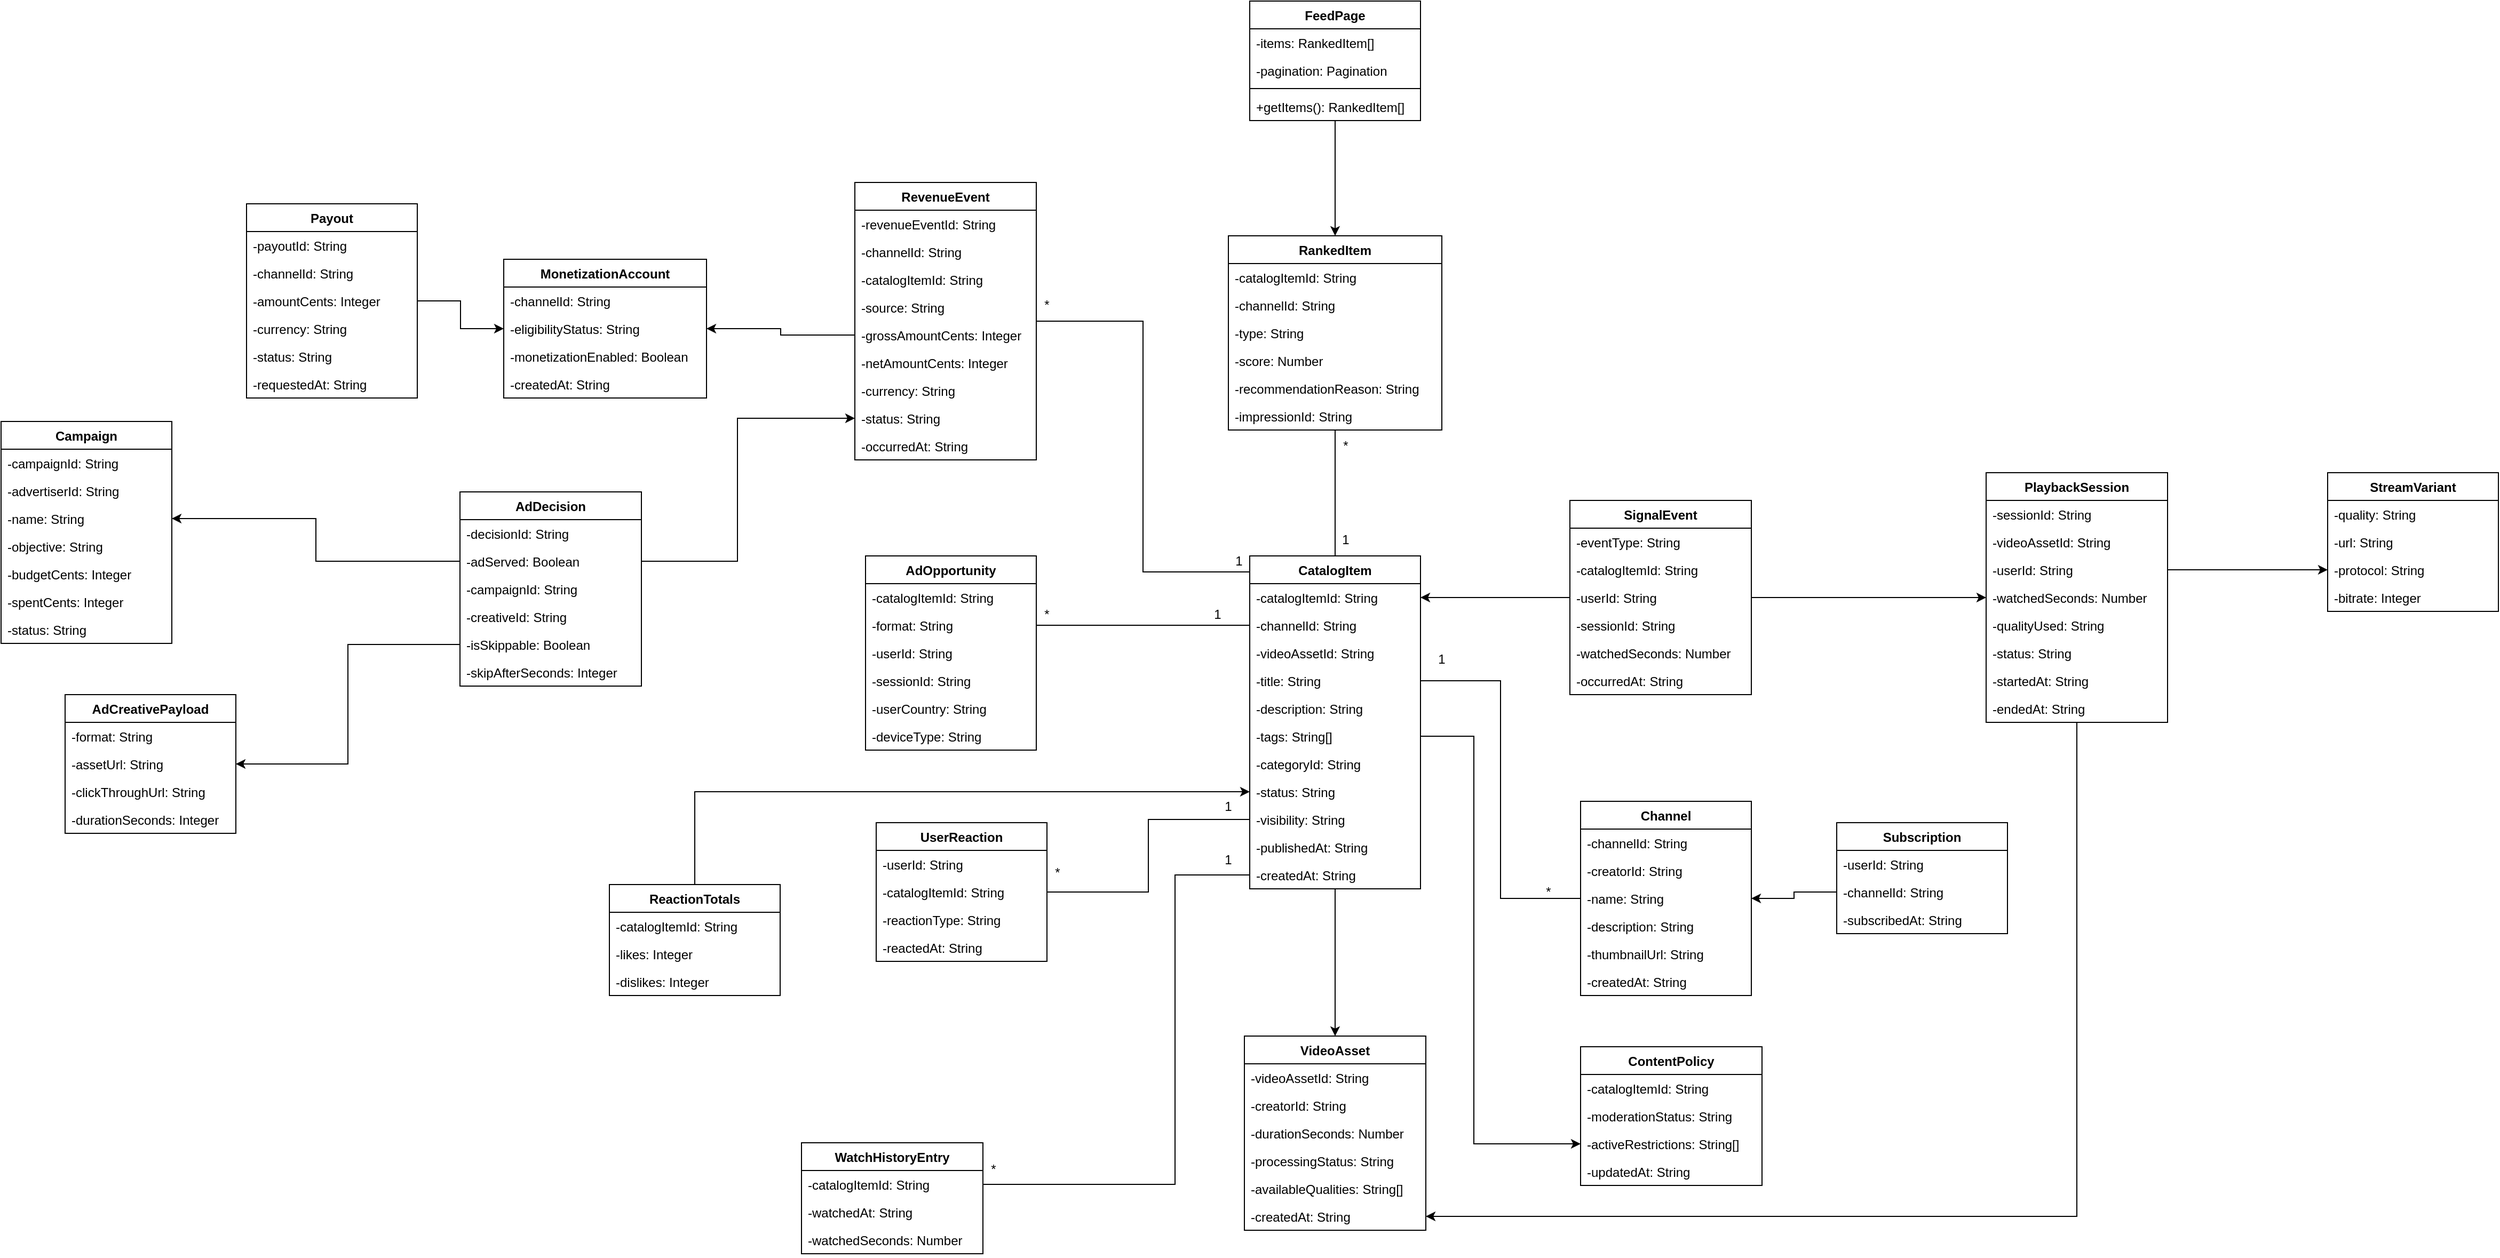
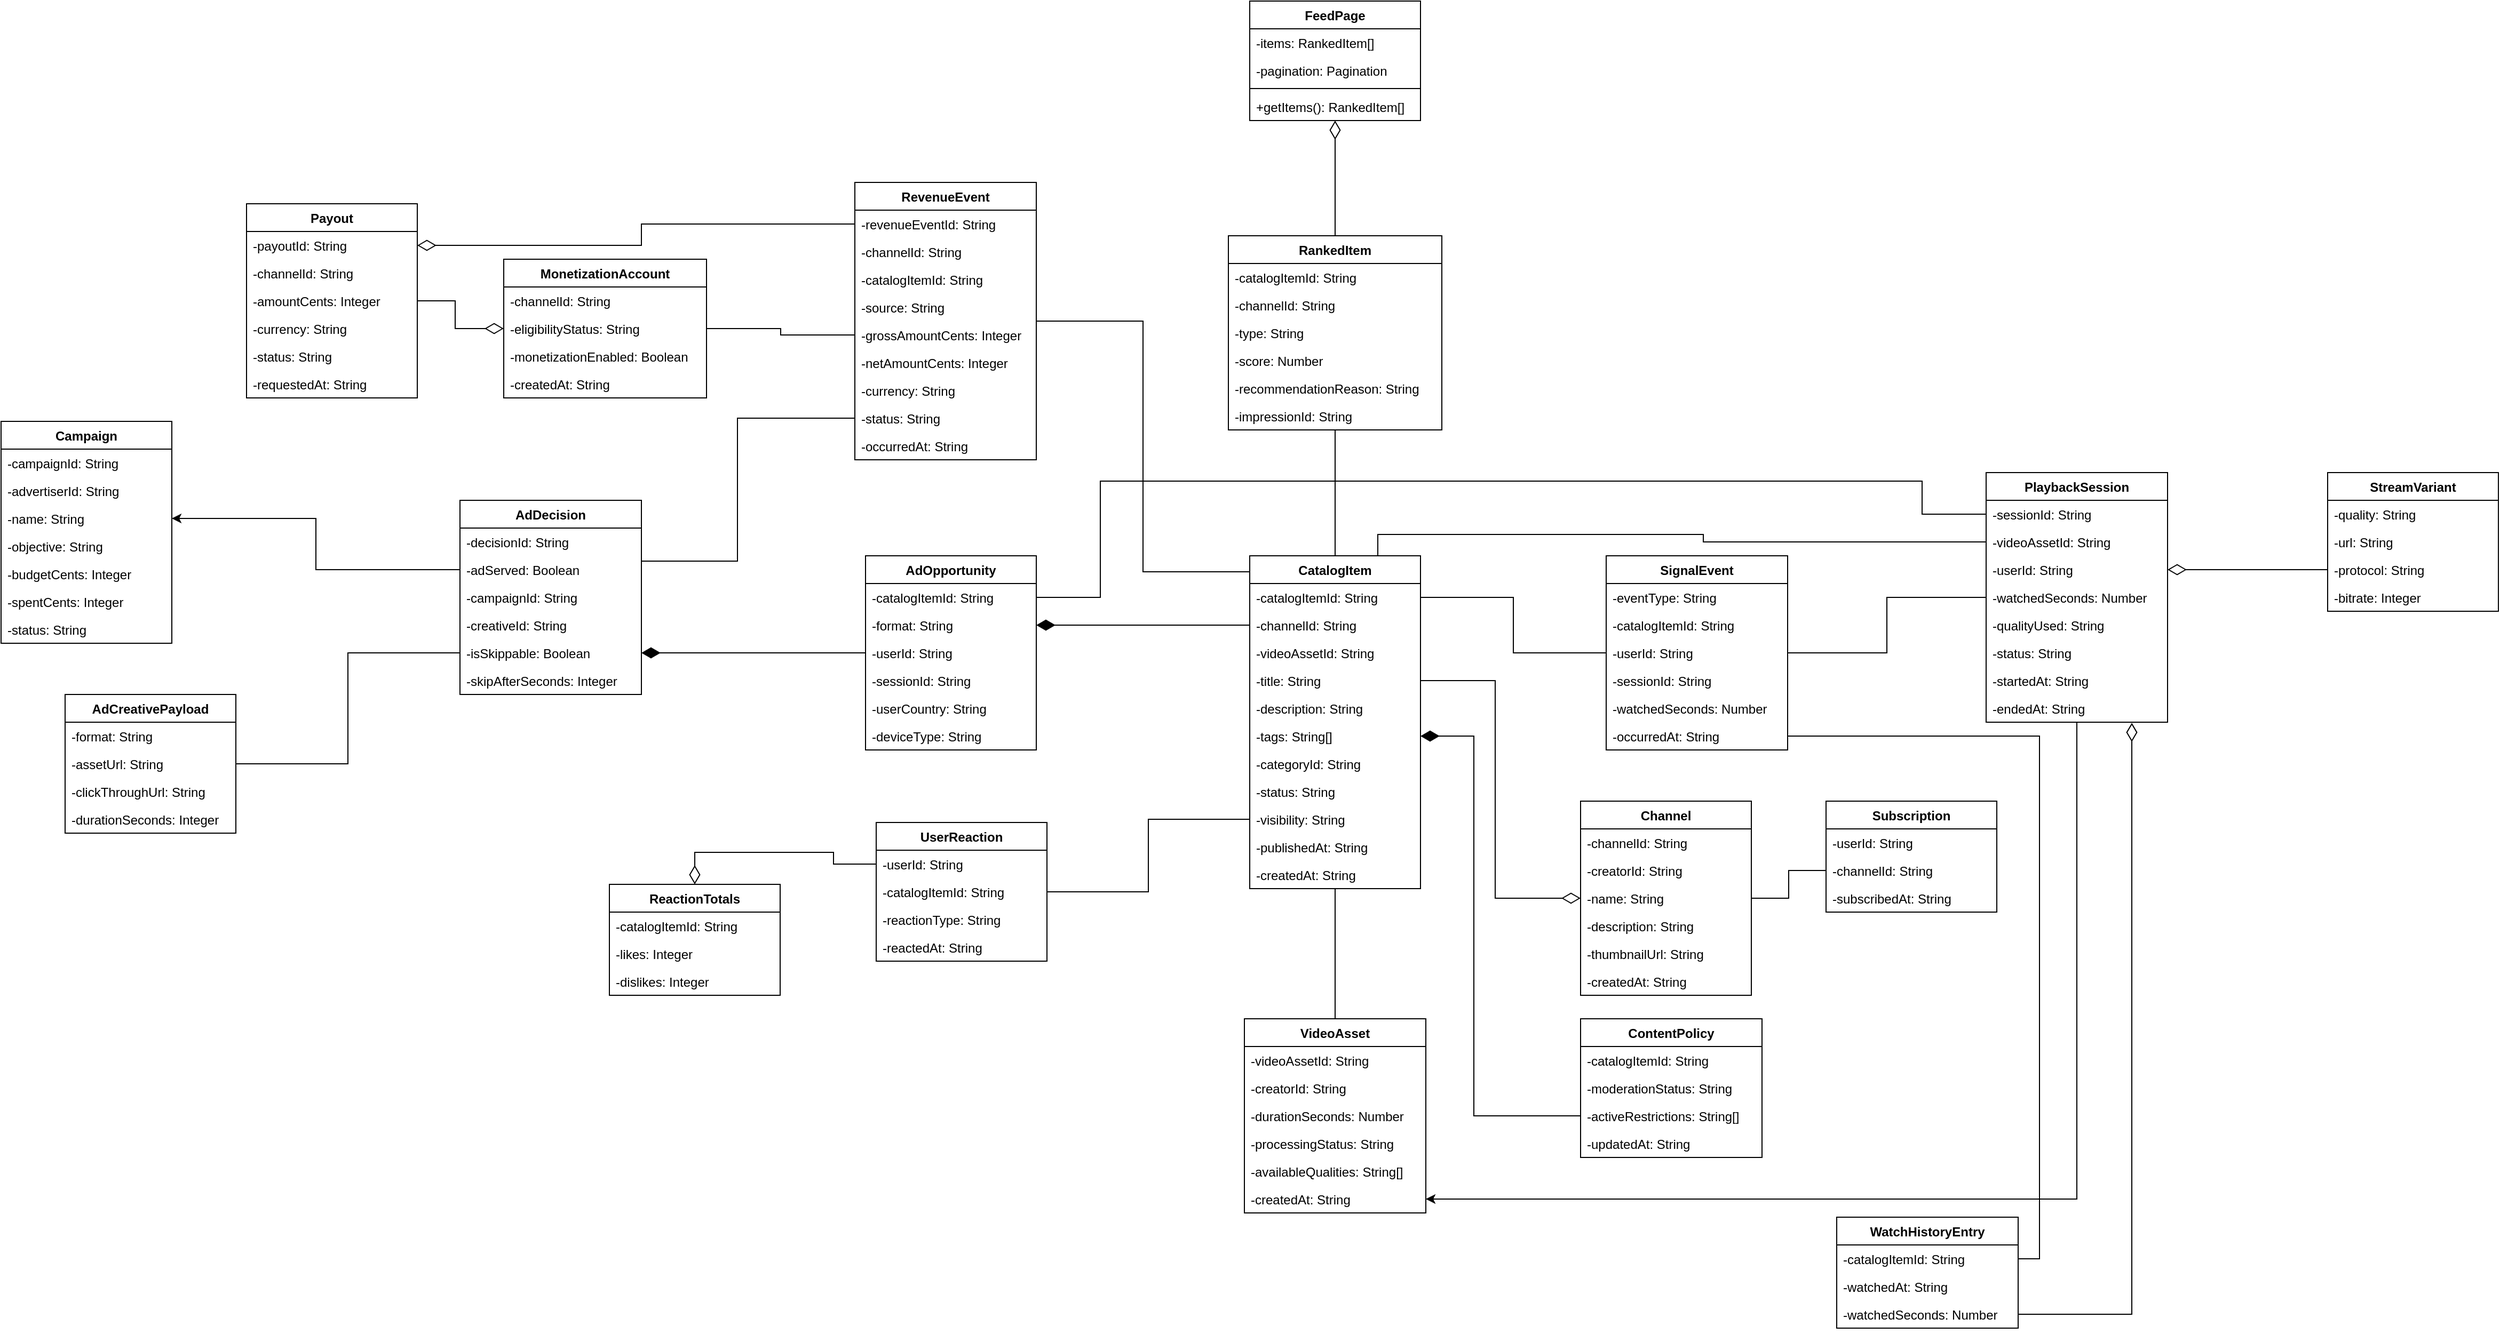
- <mxfile host="Electron">
+ <?xml version="1.0" encoding="UTF-8"?>
+ <mxfile host="app.diagrams.net">
  <diagram name="Página-1" id="8wDTrPL9JMrIu2P4Ja1i">
-     <mxGraphModel dx="3323" dy="1477" grid="1" gridSize="10" guides="1" tooltips="1" connect="1" arrows="1" fold="1" page="1" pageScale="1" pageWidth="1169" pageHeight="827" math="0" shadow="0">
+     <mxGraphModel dx="3642" dy="1367" grid="1" gridSize="10" guides="1" tooltips="1" connect="1" arrows="1" fold="1" page="1" pageScale="1" pageWidth="1169" pageHeight="827" math="0" shadow="0">
      <root>
        <mxCell id="0" />
        <mxCell id="1" parent="0" />
-         <mxCell id="Fojc3sf0UnC8aBTB66mW-131" edge="1" parent="1" source="Fojc3sf0UnC8aBTB66mW-1" style="edgeStyle=orthogonalEdgeStyle;rounded=0;orthogonalLoop=1;jettySize=auto;html=1;entryX=0.5;entryY=0;entryDx=0;entryDy=0;" target="Fojc3sf0UnC8aBTB66mW-6">
+         <mxCell id="Fojc3sf0UnC8aBTB66mW-131" edge="1" parent="1" source="Fojc3sf0UnC8aBTB66mW-1" style="edgeStyle=orthogonalEdgeStyle;rounded=0;orthogonalLoop=1;jettySize=auto;html=1;entryX=0.5;entryY=0;entryDx=0;entryDy=0;startArrow=diamondThin;startFill=0;endArrow=none;endFill=0;startSize=15;" target="Fojc3sf0UnC8aBTB66mW-6">
          <mxGeometry relative="1" as="geometry" />
        </mxCell>
        <mxCell id="Fojc3sf0UnC8aBTB66mW-1" parent="1" style="swimlane;fontStyle=1;childLayout=stackLayout;horizontal=1;startSize=26;horizontalStack=0;resizeParent=1;resizeParentMax=0;resizeLast=0;collapsible=1;marginBottom=0;" value="FeedPage" vertex="1">
          <mxGeometry height="112" width="160" x="20" y="20" as="geometry" />
        </mxCell>
        <mxCell id="Fojc3sf0UnC8aBTB66mW-2" parent="Fojc3sf0UnC8aBTB66mW-1" style="text;strokeColor=none;fillColor=none;align=left;verticalAlign=top;spacingLeft=4;spacingRight=4;overflow=hidden;rotatable=0;points=[[0,0.5],[1,0.5]];portConstraint=eastwest;" value="-items: RankedItem[]" vertex="1">
          <mxGeometry height="26" width="160" y="26" as="geometry" />
        </mxCell>
        <mxCell id="Fojc3sf0UnC8aBTB66mW-3" parent="Fojc3sf0UnC8aBTB66mW-1" style="text;strokeColor=none;fillColor=none;align=left;verticalAlign=top;spacingLeft=4;spacingRight=4;overflow=hidden;rotatable=0;points=[[0,0.5],[1,0.5]];portConstraint=eastwest;" value="-pagination: Pagination" vertex="1">
          <mxGeometry height="26" width="160" y="52" as="geometry" />
        </mxCell>
        <mxCell id="Fojc3sf0UnC8aBTB66mW-4" parent="Fojc3sf0UnC8aBTB66mW-1" style="line;strokeWidth=1;fillColor=none;align=left;verticalAlign=middle;spacingTop=-1;spacingLeft=3;spacingRight=3;rotatable=0;labelPosition=right;points=[];portConstraint=eastwest;" value="" vertex="1">
          <mxGeometry height="8" width="160" y="78" as="geometry" />
        </mxCell>
        <mxCell id="Fojc3sf0UnC8aBTB66mW-5" parent="Fojc3sf0UnC8aBTB66mW-1" style="text;strokeColor=none;fillColor=none;align=left;verticalAlign=top;spacingLeft=4;spacingRight=4;overflow=hidden;rotatable=0;points=[[0,0.5],[1,0.5]];portConstraint=eastwest;" value="+getItems(): RankedItem[]" vertex="1">
          <mxGeometry height="26" width="160" y="86" as="geometry" />
        </mxCell>
        <mxCell id="Fojc3sf0UnC8aBTB66mW-132" edge="1" parent="1" source="Fojc3sf0UnC8aBTB66mW-6" style="edgeStyle=orthogonalEdgeStyle;rounded=0;orthogonalLoop=1;jettySize=auto;html=1;entryX=0.5;entryY=0;entryDx=0;entryDy=0;endArrow=none;endFill=0;" target="Fojc3sf0UnC8aBTB66mW-20">
          <mxGeometry relative="1" as="geometry" />
        </mxCell>
        <mxCell id="Fojc3sf0UnC8aBTB66mW-6" parent="1" style="swimlane;fontStyle=1;childLayout=stackLayout;horizontal=1;startSize=26;horizontalStack=0;resizeParent=1;resizeParentMax=0;resizeLast=0;collapsible=1;marginBottom=0;" value="RankedItem" vertex="1">
          <mxGeometry height="182" width="200" y="240" as="geometry" />
        </mxCell>
        <mxCell id="Fojc3sf0UnC8aBTB66mW-7" parent="Fojc3sf0UnC8aBTB66mW-6" style="text;strokeColor=none;fillColor=none;align=left;verticalAlign=top;spacingLeft=4;spacingRight=4;overflow=hidden;rotatable=0;points=[[0,0.5],[1,0.5]];portConstraint=eastwest;" value="-catalogItemId: String" vertex="1">
          <mxGeometry height="26" width="200" y="26" as="geometry" />
        </mxCell>
        <mxCell id="Fojc3sf0UnC8aBTB66mW-8" parent="Fojc3sf0UnC8aBTB66mW-6" style="text;strokeColor=none;fillColor=none;align=left;verticalAlign=top;spacingLeft=4;spacingRight=4;overflow=hidden;rotatable=0;points=[[0,0.5],[1,0.5]];portConstraint=eastwest;" value="-channelId: String" vertex="1">
          <mxGeometry height="26" width="200" y="52" as="geometry" />
        </mxCell>
        <mxCell id="Fojc3sf0UnC8aBTB66mW-9" parent="Fojc3sf0UnC8aBTB66mW-6" style="text;strokeColor=none;fillColor=none;align=left;verticalAlign=top;spacingLeft=4;spacingRight=4;overflow=hidden;rotatable=0;points=[[0,0.5],[1,0.5]];portConstraint=eastwest;" value="-type: String" vertex="1">
          <mxGeometry height="26" width="200" y="78" as="geometry" />
        </mxCell>
        <mxCell id="Fojc3sf0UnC8aBTB66mW-10" parent="Fojc3sf0UnC8aBTB66mW-6" style="text;strokeColor=none;fillColor=none;align=left;verticalAlign=top;spacingLeft=4;spacingRight=4;overflow=hidden;rotatable=0;points=[[0,0.5],[1,0.5]];portConstraint=eastwest;" value="-score: Number" vertex="1">
          <mxGeometry height="26" width="200" y="104" as="geometry" />
        </mxCell>
        <mxCell id="Fojc3sf0UnC8aBTB66mW-11" parent="Fojc3sf0UnC8aBTB66mW-6" style="text;strokeColor=none;fillColor=none;align=left;verticalAlign=top;spacingLeft=4;spacingRight=4;overflow=hidden;rotatable=0;points=[[0,0.5],[1,0.5]];portConstraint=eastwest;" value="-recommendationReason: String" vertex="1">
          <mxGeometry height="26" width="200" y="130" as="geometry" />
        </mxCell>
        <mxCell id="Fojc3sf0UnC8aBTB66mW-12" parent="Fojc3sf0UnC8aBTB66mW-6" style="text;strokeColor=none;fillColor=none;align=left;verticalAlign=top;spacingLeft=4;spacingRight=4;overflow=hidden;rotatable=0;points=[[0,0.5],[1,0.5]];portConstraint=eastwest;" value="-impressionId: String" vertex="1">
          <mxGeometry height="26" width="200" y="156" as="geometry" />
        </mxCell>
-         <mxCell id="Fojc3sf0UnC8aBTB66mW-134" edge="1" parent="1" source="Fojc3sf0UnC8aBTB66mW-13" style="edgeStyle=orthogonalEdgeStyle;rounded=0;orthogonalLoop=1;jettySize=auto;html=1;entryX=1;entryY=0.5;entryDx=0;entryDy=0;" target="Fojc3sf0UnC8aBTB66mW-21">
-           <mxGeometry relative="1" as="geometry" />
-         </mxCell>
-         <mxCell id="Fojc3sf0UnC8aBTB66mW-135" edge="1" parent="1" source="Fojc3sf0UnC8aBTB66mW-13" style="edgeStyle=orthogonalEdgeStyle;rounded=0;orthogonalLoop=1;jettySize=auto;html=1;" target="Fojc3sf0UnC8aBTB66mW-75">
+         <mxCell id="Fojc3sf0UnC8aBTB66mW-134" edge="1" parent="1" source="Fojc3sf0UnC8aBTB66mW-13" style="edgeStyle=orthogonalEdgeStyle;rounded=0;orthogonalLoop=1;jettySize=auto;html=1;entryX=1;entryY=0.5;entryDx=0;entryDy=0;endArrow=none;endFill=0;" target="Fojc3sf0UnC8aBTB66mW-21">
+           <mxGeometry relative="1" as="geometry" />
+         </mxCell>
+         <mxCell id="Fojc3sf0UnC8aBTB66mW-135" edge="1" parent="1" source="Fojc3sf0UnC8aBTB66mW-13" style="edgeStyle=orthogonalEdgeStyle;rounded=0;orthogonalLoop=1;jettySize=auto;html=1;endArrow=none;endFill=0;" target="Fojc3sf0UnC8aBTB66mW-75">
          <mxGeometry relative="1" as="geometry" />
        </mxCell>
        <mxCell id="Fojc3sf0UnC8aBTB66mW-13" parent="1" style="swimlane;fontStyle=1;childLayout=stackLayout;horizontal=1;startSize=26;horizontalStack=0;resizeParent=1;resizeParentMax=0;resizeLast=0;collapsible=1;marginBottom=0;" value="SignalEvent" vertex="1">
-           <mxGeometry height="182" width="170" x="320" y="488" as="geometry" />
+           <mxGeometry height="182" width="170" x="354" y="540" as="geometry" />
        </mxCell>
        <mxCell id="Fojc3sf0UnC8aBTB66mW-14" parent="Fojc3sf0UnC8aBTB66mW-13" style="text;strokeColor=none;fillColor=none;align=left;verticalAlign=top;spacingLeft=4;spacingRight=4;overflow=hidden;rotatable=0;points=[[0,0.5],[1,0.5]];portConstraint=eastwest;" value="-eventType: String" vertex="1">
          <mxGeometry height="26" width="170" y="26" as="geometry" />
        </mxCell>
        <mxCell id="Fojc3sf0UnC8aBTB66mW-15" parent="Fojc3sf0UnC8aBTB66mW-13" style="text;strokeColor=none;fillColor=none;align=left;verticalAlign=top;spacingLeft=4;spacingRight=4;overflow=hidden;rotatable=0;points=[[0,0.5],[1,0.5]];portConstraint=eastwest;" value="-catalogItemId: String" vertex="1">
          <mxGeometry height="26" width="170" y="52" as="geometry" />
        </mxCell>
        <mxCell id="Fojc3sf0UnC8aBTB66mW-16" parent="Fojc3sf0UnC8aBTB66mW-13" style="text;strokeColor=none;fillColor=none;align=left;verticalAlign=top;spacingLeft=4;spacingRight=4;overflow=hidden;rotatable=0;points=[[0,0.5],[1,0.5]];portConstraint=eastwest;" value="-userId: String" vertex="1">
          <mxGeometry height="26" width="170" y="78" as="geometry" />
        </mxCell>
        <mxCell id="Fojc3sf0UnC8aBTB66mW-17" parent="Fojc3sf0UnC8aBTB66mW-13" style="text;strokeColor=none;fillColor=none;align=left;verticalAlign=top;spacingLeft=4;spacingRight=4;overflow=hidden;rotatable=0;points=[[0,0.5],[1,0.5]];portConstraint=eastwest;" value="-sessionId: String" vertex="1">
          <mxGeometry height="26" width="170" y="104" as="geometry" />
        </mxCell>
        <mxCell id="Fojc3sf0UnC8aBTB66mW-18" parent="Fojc3sf0UnC8aBTB66mW-13" style="text;strokeColor=none;fillColor=none;align=left;verticalAlign=top;spacingLeft=4;spacingRight=4;overflow=hidden;rotatable=0;points=[[0,0.5],[1,0.5]];portConstraint=eastwest;" value="-watchedSeconds: Number" vertex="1">
          <mxGeometry height="26" width="170" y="130" as="geometry" />
        </mxCell>
        <mxCell id="Fojc3sf0UnC8aBTB66mW-19" parent="Fojc3sf0UnC8aBTB66mW-13" style="text;strokeColor=none;fillColor=none;align=left;verticalAlign=top;spacingLeft=4;spacingRight=4;overflow=hidden;rotatable=0;points=[[0,0.5],[1,0.5]];portConstraint=eastwest;" value="-occurredAt: String" vertex="1">
          <mxGeometry height="26" width="170" y="156" as="geometry" />
        </mxCell>
-         <mxCell id="Fojc3sf0UnC8aBTB66mW-138" edge="1" parent="1" source="Fojc3sf0UnC8aBTB66mW-20" style="edgeStyle=orthogonalEdgeStyle;rounded=0;orthogonalLoop=1;jettySize=auto;html=1;entryX=0.5;entryY=0;entryDx=0;entryDy=0;" target="Fojc3sf0UnC8aBTB66mW-80">
+         <mxCell id="Fojc3sf0UnC8aBTB66mW-138" edge="1" parent="1" source="Fojc3sf0UnC8aBTB66mW-20" style="edgeStyle=orthogonalEdgeStyle;rounded=0;orthogonalLoop=1;jettySize=auto;html=1;entryX=0.5;entryY=0;entryDx=0;entryDy=0;endArrow=none;endFill=0;" target="Fojc3sf0UnC8aBTB66mW-80">
          <mxGeometry relative="1" as="geometry" />
        </mxCell>
        <mxCell id="Fojc3sf0UnC8aBTB66mW-20" parent="1" style="swimlane;fontStyle=1;childLayout=stackLayout;horizontal=1;startSize=26;horizontalStack=0;resizeParent=1;resizeParentMax=0;resizeLast=0;collapsible=1;marginBottom=0;" value="CatalogItem" vertex="1">
          <mxGeometry height="312" width="160" x="20" y="540" as="geometry" />
        </mxCell>
        <mxCell id="Fojc3sf0UnC8aBTB66mW-21" parent="Fojc3sf0UnC8aBTB66mW-20" style="text;strokeColor=none;fillColor=none;align=left;verticalAlign=top;spacingLeft=4;spacingRight=4;overflow=hidden;rotatable=0;points=[[0,0.5],[1,0.5]];portConstraint=eastwest;" value="-catalogItemId: String" vertex="1">
          <mxGeometry height="26" width="160" y="26" as="geometry" />
        </mxCell>
        <mxCell id="Fojc3sf0UnC8aBTB66mW-22" parent="Fojc3sf0UnC8aBTB66mW-20" style="text;strokeColor=none;fillColor=none;align=left;verticalAlign=top;spacingLeft=4;spacingRight=4;overflow=hidden;rotatable=0;points=[[0,0.5],[1,0.5]];portConstraint=eastwest;" value="-channelId: String" vertex="1">
          <mxGeometry height="26" width="160" y="52" as="geometry" />
        </mxCell>
        <mxCell id="Fojc3sf0UnC8aBTB66mW-23" parent="Fojc3sf0UnC8aBTB66mW-20" style="text;strokeColor=none;fillColor=none;align=left;verticalAlign=top;spacingLeft=4;spacingRight=4;overflow=hidden;rotatable=0;points=[[0,0.5],[1,0.5]];portConstraint=eastwest;" value="-videoAssetId: String" vertex="1">
          <mxGeometry height="26" width="160" y="78" as="geometry" />
        </mxCell>
        <mxCell id="Fojc3sf0UnC8aBTB66mW-24" parent="Fojc3sf0UnC8aBTB66mW-20" style="text;strokeColor=none;fillColor=none;align=left;verticalAlign=top;spacingLeft=4;spacingRight=4;overflow=hidden;rotatable=0;points=[[0,0.5],[1,0.5]];portConstraint=eastwest;" value="-title: String" vertex="1">
          <mxGeometry height="26" width="160" y="104" as="geometry" />
        </mxCell>
        <mxCell id="Fojc3sf0UnC8aBTB66mW-25" parent="Fojc3sf0UnC8aBTB66mW-20" style="text;strokeColor=none;fillColor=none;align=left;verticalAlign=top;spacingLeft=4;spacingRight=4;overflow=hidden;rotatable=0;points=[[0,0.5],[1,0.5]];portConstraint=eastwest;" value="-description: String" vertex="1">
          <mxGeometry height="26" width="160" y="130" as="geometry" />
        </mxCell>
        <mxCell id="Fojc3sf0UnC8aBTB66mW-26" parent="Fojc3sf0UnC8aBTB66mW-20" style="text;strokeColor=none;fillColor=none;align=left;verticalAlign=top;spacingLeft=4;spacingRight=4;overflow=hidden;rotatable=0;points=[[0,0.5],[1,0.5]];portConstraint=eastwest;" value="-tags: String[]" vertex="1">
          <mxGeometry height="26" width="160" y="156" as="geometry" />
        </mxCell>
        <mxCell id="Fojc3sf0UnC8aBTB66mW-27" parent="Fojc3sf0UnC8aBTB66mW-20" style="text;strokeColor=none;fillColor=none;align=left;verticalAlign=top;spacingLeft=4;spacingRight=4;overflow=hidden;rotatable=0;points=[[0,0.5],[1,0.5]];portConstraint=eastwest;" value="-categoryId: String" vertex="1">
          <mxGeometry height="26" width="160" y="182" as="geometry" />
        </mxCell>
        <mxCell id="Fojc3sf0UnC8aBTB66mW-28" parent="Fojc3sf0UnC8aBTB66mW-20" style="text;strokeColor=none;fillColor=none;align=left;verticalAlign=top;spacingLeft=4;spacingRight=4;overflow=hidden;rotatable=0;points=[[0,0.5],[1,0.5]];portConstraint=eastwest;" value="-status: String" vertex="1">
          <mxGeometry height="26" width="160" y="208" as="geometry" />
        </mxCell>
        <mxCell id="Fojc3sf0UnC8aBTB66mW-29" parent="Fojc3sf0UnC8aBTB66mW-20" style="text;strokeColor=none;fillColor=none;align=left;verticalAlign=top;spacingLeft=4;spacingRight=4;overflow=hidden;rotatable=0;points=[[0,0.5],[1,0.5]];portConstraint=eastwest;" value="-visibility: String" vertex="1">
          <mxGeometry height="26" width="160" y="234" as="geometry" />
        </mxCell>
        <mxCell id="Fojc3sf0UnC8aBTB66mW-30" parent="Fojc3sf0UnC8aBTB66mW-20" style="text;strokeColor=none;fillColor=none;align=left;verticalAlign=top;spacingLeft=4;spacingRight=4;overflow=hidden;rotatable=0;points=[[0,0.5],[1,0.5]];portConstraint=eastwest;" value="-publishedAt: String" vertex="1">
          <mxGeometry height="26" width="160" y="260" as="geometry" />
        </mxCell>
        <mxCell id="Fojc3sf0UnC8aBTB66mW-31" parent="Fojc3sf0UnC8aBTB66mW-20" style="text;strokeColor=none;fillColor=none;align=left;verticalAlign=top;spacingLeft=4;spacingRight=4;overflow=hidden;rotatable=0;points=[[0,0.5],[1,0.5]];portConstraint=eastwest;" value="-createdAt: String" vertex="1">
          <mxGeometry height="26" width="160" y="286" as="geometry" />
        </mxCell>
        <mxCell id="Fojc3sf0UnC8aBTB66mW-32" parent="1" style="swimlane;fontStyle=1;childLayout=stackLayout;horizontal=1;startSize=26;horizontalStack=0;resizeParent=1;resizeParentMax=0;resizeLast=0;collapsible=1;marginBottom=0;" value="Channel" vertex="1">
          <mxGeometry height="182" width="160" x="330" y="770" as="geometry" />
        </mxCell>
        <mxCell id="Fojc3sf0UnC8aBTB66mW-33" parent="Fojc3sf0UnC8aBTB66mW-32" style="text;strokeColor=none;fillColor=none;align=left;verticalAlign=top;spacingLeft=4;spacingRight=4;overflow=hidden;rotatable=0;points=[[0,0.5],[1,0.5]];portConstraint=eastwest;" value="-channelId: String" vertex="1">
          <mxGeometry height="26" width="160" y="26" as="geometry" />
        </mxCell>
        <mxCell id="Fojc3sf0UnC8aBTB66mW-34" parent="Fojc3sf0UnC8aBTB66mW-32" style="text;strokeColor=none;fillColor=none;align=left;verticalAlign=top;spacingLeft=4;spacingRight=4;overflow=hidden;rotatable=0;points=[[0,0.5],[1,0.5]];portConstraint=eastwest;" value="-creatorId: String" vertex="1">
          <mxGeometry height="26" width="160" y="52" as="geometry" />
        </mxCell>
        <mxCell id="Fojc3sf0UnC8aBTB66mW-35" parent="Fojc3sf0UnC8aBTB66mW-32" style="text;strokeColor=none;fillColor=none;align=left;verticalAlign=top;spacingLeft=4;spacingRight=4;overflow=hidden;rotatable=0;points=[[0,0.5],[1,0.5]];portConstraint=eastwest;" value="-name: String" vertex="1">
          <mxGeometry height="26" width="160" y="78" as="geometry" />
        </mxCell>
        <mxCell id="Fojc3sf0UnC8aBTB66mW-36" parent="Fojc3sf0UnC8aBTB66mW-32" style="text;strokeColor=none;fillColor=none;align=left;verticalAlign=top;spacingLeft=4;spacingRight=4;overflow=hidden;rotatable=0;points=[[0,0.5],[1,0.5]];portConstraint=eastwest;" value="-description: String" vertex="1">
          <mxGeometry height="26" width="160" y="104" as="geometry" />
        </mxCell>
        <mxCell id="Fojc3sf0UnC8aBTB66mW-37" parent="Fojc3sf0UnC8aBTB66mW-32" style="text;strokeColor=none;fillColor=none;align=left;verticalAlign=top;spacingLeft=4;spacingRight=4;overflow=hidden;rotatable=0;points=[[0,0.5],[1,0.5]];portConstraint=eastwest;" value="-thumbnailUrl: String" vertex="1">
          <mxGeometry height="26" width="160" y="130" as="geometry" />
        </mxCell>
        <mxCell id="Fojc3sf0UnC8aBTB66mW-38" parent="Fojc3sf0UnC8aBTB66mW-32" style="text;strokeColor=none;fillColor=none;align=left;verticalAlign=top;spacingLeft=4;spacingRight=4;overflow=hidden;rotatable=0;points=[[0,0.5],[1,0.5]];portConstraint=eastwest;" value="-createdAt: String" vertex="1">
          <mxGeometry height="26" width="160" y="156" as="geometry" />
        </mxCell>
        <mxCell id="Fojc3sf0UnC8aBTB66mW-39" parent="1" style="swimlane;fontStyle=1;childLayout=stackLayout;horizontal=1;startSize=26;horizontalStack=0;resizeParent=1;resizeParentMax=0;resizeLast=0;collapsible=1;marginBottom=0;" value="ContentPolicy" vertex="1">
-           <mxGeometry height="130" width="170" x="330" y="1000" as="geometry" />
+           <mxGeometry height="130" width="170" x="330" y="974" as="geometry" />
        </mxCell>
        <mxCell id="Fojc3sf0UnC8aBTB66mW-40" parent="Fojc3sf0UnC8aBTB66mW-39" style="text;strokeColor=none;fillColor=none;align=left;verticalAlign=top;spacingLeft=4;spacingRight=4;overflow=hidden;rotatable=0;points=[[0,0.5],[1,0.5]];portConstraint=eastwest;" value="-catalogItemId: String" vertex="1">
          <mxGeometry height="26" width="170" y="26" as="geometry" />
        </mxCell>
        <mxCell id="Fojc3sf0UnC8aBTB66mW-41" parent="Fojc3sf0UnC8aBTB66mW-39" style="text;strokeColor=none;fillColor=none;align=left;verticalAlign=top;spacingLeft=4;spacingRight=4;overflow=hidden;rotatable=0;points=[[0,0.5],[1,0.5]];portConstraint=eastwest;" value="-moderationStatus: String" vertex="1">
          <mxGeometry height="26" width="170" y="52" as="geometry" />
        </mxCell>
        <mxCell id="Fojc3sf0UnC8aBTB66mW-42" parent="Fojc3sf0UnC8aBTB66mW-39" style="text;strokeColor=none;fillColor=none;align=left;verticalAlign=top;spacingLeft=4;spacingRight=4;overflow=hidden;rotatable=0;points=[[0,0.5],[1,0.5]];portConstraint=eastwest;" value="-activeRestrictions: String[]" vertex="1">
          <mxGeometry height="26" width="170" y="78" as="geometry" />
        </mxCell>
        <mxCell id="Fojc3sf0UnC8aBTB66mW-43" parent="Fojc3sf0UnC8aBTB66mW-39" style="text;strokeColor=none;fillColor=none;align=left;verticalAlign=top;spacingLeft=4;spacingRight=4;overflow=hidden;rotatable=0;points=[[0,0.5],[1,0.5]];portConstraint=eastwest;" value="-updatedAt: String" vertex="1">
          <mxGeometry height="26" width="170" y="104" as="geometry" />
        </mxCell>
        <mxCell id="Fojc3sf0UnC8aBTB66mW-44" parent="1" style="swimlane;fontStyle=1;childLayout=stackLayout;horizontal=1;startSize=26;horizontalStack=0;resizeParent=1;resizeParentMax=0;resizeLast=0;collapsible=1;marginBottom=0;" value="AdDecision" vertex="1">
-           <mxGeometry height="182" width="170" x="-720" y="480" as="geometry" />
+           <mxGeometry height="182" width="170" x="-720" y="488" as="geometry" />
        </mxCell>
        <mxCell id="Fojc3sf0UnC8aBTB66mW-45" parent="Fojc3sf0UnC8aBTB66mW-44" style="text;strokeColor=none;fillColor=none;align=left;verticalAlign=top;spacingLeft=4;spacingRight=4;overflow=hidden;rotatable=0;points=[[0,0.5],[1,0.5]];portConstraint=eastwest;" value="-decisionId: String" vertex="1">
          <mxGeometry height="26" width="170" y="26" as="geometry" />
        </mxCell>
        <mxCell id="Fojc3sf0UnC8aBTB66mW-46" parent="Fojc3sf0UnC8aBTB66mW-44" style="text;strokeColor=none;fillColor=none;align=left;verticalAlign=top;spacingLeft=4;spacingRight=4;overflow=hidden;rotatable=0;points=[[0,0.5],[1,0.5]];portConstraint=eastwest;" value="-adServed: Boolean" vertex="1">
          <mxGeometry height="26" width="170" y="52" as="geometry" />
        </mxCell>
        <mxCell id="Fojc3sf0UnC8aBTB66mW-47" parent="Fojc3sf0UnC8aBTB66mW-44" style="text;strokeColor=none;fillColor=none;align=left;verticalAlign=top;spacingLeft=4;spacingRight=4;overflow=hidden;rotatable=0;points=[[0,0.5],[1,0.5]];portConstraint=eastwest;" value="-campaignId: String" vertex="1">
          <mxGeometry height="26" width="170" y="78" as="geometry" />
        </mxCell>
        <mxCell id="Fojc3sf0UnC8aBTB66mW-48" parent="Fojc3sf0UnC8aBTB66mW-44" style="text;strokeColor=none;fillColor=none;align=left;verticalAlign=top;spacingLeft=4;spacingRight=4;overflow=hidden;rotatable=0;points=[[0,0.5],[1,0.5]];portConstraint=eastwest;" value="-creativeId: String" vertex="1">
          <mxGeometry height="26" width="170" y="104" as="geometry" />
        </mxCell>
        <mxCell id="Fojc3sf0UnC8aBTB66mW-49" parent="Fojc3sf0UnC8aBTB66mW-44" style="text;strokeColor=none;fillColor=none;align=left;verticalAlign=top;spacingLeft=4;spacingRight=4;overflow=hidden;rotatable=0;points=[[0,0.5],[1,0.5]];portConstraint=eastwest;" value="-isSkippable: Boolean" vertex="1">
          <mxGeometry height="26" width="170" y="130" as="geometry" />
        </mxCell>
        <mxCell id="Fojc3sf0UnC8aBTB66mW-50" parent="Fojc3sf0UnC8aBTB66mW-44" style="text;strokeColor=none;fillColor=none;align=left;verticalAlign=top;spacingLeft=4;spacingRight=4;overflow=hidden;rotatable=0;points=[[0,0.5],[1,0.5]];portConstraint=eastwest;" value="-skipAfterSeconds: Integer" vertex="1">
          <mxGeometry height="26" width="170" y="156" as="geometry" />
        </mxCell>
        <mxCell id="Fojc3sf0UnC8aBTB66mW-51" parent="1" style="swimlane;fontStyle=1;childLayout=stackLayout;horizontal=1;startSize=26;horizontalStack=0;resizeParent=1;resizeParentMax=0;resizeLast=0;collapsible=1;marginBottom=0;" value="AdOpportunity" vertex="1">
          <mxGeometry height="182" width="160" x="-340" y="540" as="geometry" />
        </mxCell>
        <mxCell id="Fojc3sf0UnC8aBTB66mW-52" parent="Fojc3sf0UnC8aBTB66mW-51" style="text;strokeColor=none;fillColor=none;align=left;verticalAlign=top;spacingLeft=4;spacingRight=4;overflow=hidden;rotatable=0;points=[[0,0.5],[1,0.5]];portConstraint=eastwest;" value="-catalogItemId: String" vertex="1">
          <mxGeometry height="26" width="160" y="26" as="geometry" />
        </mxCell>
        <mxCell id="Fojc3sf0UnC8aBTB66mW-53" parent="Fojc3sf0UnC8aBTB66mW-51" style="text;strokeColor=none;fillColor=none;align=left;verticalAlign=top;spacingLeft=4;spacingRight=4;overflow=hidden;rotatable=0;points=[[0,0.5],[1,0.5]];portConstraint=eastwest;" value="-format: String" vertex="1">
          <mxGeometry height="26" width="160" y="52" as="geometry" />
        </mxCell>
        <mxCell id="Fojc3sf0UnC8aBTB66mW-54" parent="Fojc3sf0UnC8aBTB66mW-51" style="text;strokeColor=none;fillColor=none;align=left;verticalAlign=top;spacingLeft=4;spacingRight=4;overflow=hidden;rotatable=0;points=[[0,0.5],[1,0.5]];portConstraint=eastwest;" value="-userId: String" vertex="1">
          <mxGeometry height="26" width="160" y="78" as="geometry" />
        </mxCell>
        <mxCell id="Fojc3sf0UnC8aBTB66mW-55" parent="Fojc3sf0UnC8aBTB66mW-51" style="text;strokeColor=none;fillColor=none;align=left;verticalAlign=top;spacingLeft=4;spacingRight=4;overflow=hidden;rotatable=0;points=[[0,0.5],[1,0.5]];portConstraint=eastwest;" value="-sessionId: String" vertex="1">
          <mxGeometry height="26" width="160" y="104" as="geometry" />
        </mxCell>
        <mxCell id="Fojc3sf0UnC8aBTB66mW-56" parent="Fojc3sf0UnC8aBTB66mW-51" style="text;strokeColor=none;fillColor=none;align=left;verticalAlign=top;spacingLeft=4;spacingRight=4;overflow=hidden;rotatable=0;points=[[0,0.5],[1,0.5]];portConstraint=eastwest;" value="-userCountry: String" vertex="1">
          <mxGeometry height="26" width="160" y="130" as="geometry" />
        </mxCell>
        <mxCell id="Fojc3sf0UnC8aBTB66mW-57" parent="Fojc3sf0UnC8aBTB66mW-51" style="text;strokeColor=none;fillColor=none;align=left;verticalAlign=top;spacingLeft=4;spacingRight=4;overflow=hidden;rotatable=0;points=[[0,0.5],[1,0.5]];portConstraint=eastwest;" value="-deviceType: String" vertex="1">
          <mxGeometry height="26" width="160" y="156" as="geometry" />
        </mxCell>
        <mxCell id="Fojc3sf0UnC8aBTB66mW-58" parent="1" style="swimlane;fontStyle=1;childLayout=stackLayout;horizontal=1;startSize=26;horizontalStack=0;resizeParent=1;resizeParentMax=0;resizeLast=0;collapsible=1;marginBottom=0;" value="Campaign" vertex="1">
          <mxGeometry height="208" width="160" x="-1150" y="414" as="geometry" />
        </mxCell>
        <mxCell id="Fojc3sf0UnC8aBTB66mW-59" parent="Fojc3sf0UnC8aBTB66mW-58" style="text;strokeColor=none;fillColor=none;align=left;verticalAlign=top;spacingLeft=4;spacingRight=4;overflow=hidden;rotatable=0;points=[[0,0.5],[1,0.5]];portConstraint=eastwest;" value="-campaignId: String" vertex="1">
          <mxGeometry height="26" width="160" y="26" as="geometry" />
        </mxCell>
        <mxCell id="Fojc3sf0UnC8aBTB66mW-60" parent="Fojc3sf0UnC8aBTB66mW-58" style="text;strokeColor=none;fillColor=none;align=left;verticalAlign=top;spacingLeft=4;spacingRight=4;overflow=hidden;rotatable=0;points=[[0,0.5],[1,0.5]];portConstraint=eastwest;" value="-advertiserId: String" vertex="1">
          <mxGeometry height="26" width="160" y="52" as="geometry" />
        </mxCell>
        <mxCell id="Fojc3sf0UnC8aBTB66mW-61" parent="Fojc3sf0UnC8aBTB66mW-58" style="text;strokeColor=none;fillColor=none;align=left;verticalAlign=top;spacingLeft=4;spacingRight=4;overflow=hidden;rotatable=0;points=[[0,0.5],[1,0.5]];portConstraint=eastwest;" value="-name: String" vertex="1">
          <mxGeometry height="26" width="160" y="78" as="geometry" />
        </mxCell>
        <mxCell id="Fojc3sf0UnC8aBTB66mW-62" parent="Fojc3sf0UnC8aBTB66mW-58" style="text;strokeColor=none;fillColor=none;align=left;verticalAlign=top;spacingLeft=4;spacingRight=4;overflow=hidden;rotatable=0;points=[[0,0.5],[1,0.5]];portConstraint=eastwest;" value="-objective: String" vertex="1">
          <mxGeometry height="26" width="160" y="104" as="geometry" />
        </mxCell>
        <mxCell id="Fojc3sf0UnC8aBTB66mW-63" parent="Fojc3sf0UnC8aBTB66mW-58" style="text;strokeColor=none;fillColor=none;align=left;verticalAlign=top;spacingLeft=4;spacingRight=4;overflow=hidden;rotatable=0;points=[[0,0.5],[1,0.5]];portConstraint=eastwest;" value="-budgetCents: Integer" vertex="1">
          <mxGeometry height="26" width="160" y="130" as="geometry" />
        </mxCell>
        <mxCell id="Fojc3sf0UnC8aBTB66mW-64" parent="Fojc3sf0UnC8aBTB66mW-58" style="text;strokeColor=none;fillColor=none;align=left;verticalAlign=top;spacingLeft=4;spacingRight=4;overflow=hidden;rotatable=0;points=[[0,0.5],[1,0.5]];portConstraint=eastwest;" value="-spentCents: Integer" vertex="1">
          <mxGeometry height="26" width="160" y="156" as="geometry" />
        </mxCell>
        <mxCell id="Fojc3sf0UnC8aBTB66mW-65" parent="Fojc3sf0UnC8aBTB66mW-58" style="text;strokeColor=none;fillColor=none;align=left;verticalAlign=top;spacingLeft=4;spacingRight=4;overflow=hidden;rotatable=0;points=[[0,0.5],[1,0.5]];portConstraint=eastwest;" value="-status: String" vertex="1">
          <mxGeometry height="26" width="160" y="182" as="geometry" />
        </mxCell>
        <mxCell id="Fojc3sf0UnC8aBTB66mW-66" parent="1" style="swimlane;fontStyle=1;childLayout=stackLayout;horizontal=1;startSize=26;horizontalStack=0;resizeParent=1;resizeParentMax=0;resizeLast=0;collapsible=1;marginBottom=0;" value="AdCreativePayload" vertex="1">
          <mxGeometry height="130" width="160" x="-1090" y="670" as="geometry" />
        </mxCell>
        <mxCell id="Fojc3sf0UnC8aBTB66mW-67" parent="Fojc3sf0UnC8aBTB66mW-66" style="text;strokeColor=none;fillColor=none;align=left;verticalAlign=top;spacingLeft=4;spacingRight=4;overflow=hidden;rotatable=0;points=[[0,0.5],[1,0.5]];portConstraint=eastwest;" value="-format: String" vertex="1">
          <mxGeometry height="26" width="160" y="26" as="geometry" />
        </mxCell>
        <mxCell id="Fojc3sf0UnC8aBTB66mW-68" parent="Fojc3sf0UnC8aBTB66mW-66" style="text;strokeColor=none;fillColor=none;align=left;verticalAlign=top;spacingLeft=4;spacingRight=4;overflow=hidden;rotatable=0;points=[[0,0.5],[1,0.5]];portConstraint=eastwest;" value="-assetUrl: String" vertex="1">
          <mxGeometry height="26" width="160" y="52" as="geometry" />
        </mxCell>
        <mxCell id="Fojc3sf0UnC8aBTB66mW-69" parent="Fojc3sf0UnC8aBTB66mW-66" style="text;strokeColor=none;fillColor=none;align=left;verticalAlign=top;spacingLeft=4;spacingRight=4;overflow=hidden;rotatable=0;points=[[0,0.5],[1,0.5]];portConstraint=eastwest;" value="-clickThroughUrl: String" vertex="1">
          <mxGeometry height="26" width="160" y="78" as="geometry" />
        </mxCell>
        <mxCell id="Fojc3sf0UnC8aBTB66mW-70" parent="Fojc3sf0UnC8aBTB66mW-66" style="text;strokeColor=none;fillColor=none;align=left;verticalAlign=top;spacingLeft=4;spacingRight=4;overflow=hidden;rotatable=0;points=[[0,0.5],[1,0.5]];portConstraint=eastwest;" value="-durationSeconds: Integer" vertex="1">
          <mxGeometry height="26" width="160" y="104" as="geometry" />
        </mxCell>
        <mxCell id="Fojc3sf0UnC8aBTB66mW-146" edge="1" parent="1" source="Fojc3sf0UnC8aBTB66mW-71" style="edgeStyle=orthogonalEdgeStyle;rounded=0;orthogonalLoop=1;jettySize=auto;html=1;entryX=1;entryY=0.5;entryDx=0;entryDy=0;" target="Fojc3sf0UnC8aBTB66mW-86">
          <mxGeometry relative="1" as="geometry" />
        </mxCell>
        <mxCell id="Fojc3sf0UnC8aBTB66mW-71" parent="1" style="swimlane;fontStyle=1;childLayout=stackLayout;horizontal=1;startSize=26;horizontalStack=0;resizeParent=1;resizeParentMax=0;resizeLast=0;collapsible=1;marginBottom=0;" value="PlaybackSession" vertex="1">
          <mxGeometry height="234" width="170" x="710" y="462" as="geometry" />
        </mxCell>
        <mxCell id="Fojc3sf0UnC8aBTB66mW-72" parent="Fojc3sf0UnC8aBTB66mW-71" style="text;strokeColor=none;fillColor=none;align=left;verticalAlign=top;spacingLeft=4;spacingRight=4;overflow=hidden;rotatable=0;points=[[0,0.5],[1,0.5]];portConstraint=eastwest;" value="-sessionId: String" vertex="1">
          <mxGeometry height="26" width="170" y="26" as="geometry" />
        </mxCell>
        <mxCell id="Fojc3sf0UnC8aBTB66mW-73" parent="Fojc3sf0UnC8aBTB66mW-71" style="text;strokeColor=none;fillColor=none;align=left;verticalAlign=top;spacingLeft=4;spacingRight=4;overflow=hidden;rotatable=0;points=[[0,0.5],[1,0.5]];portConstraint=eastwest;" value="-videoAssetId: String" vertex="1">
          <mxGeometry height="26" width="170" y="52" as="geometry" />
        </mxCell>
        <mxCell id="Fojc3sf0UnC8aBTB66mW-74" parent="Fojc3sf0UnC8aBTB66mW-71" style="text;strokeColor=none;fillColor=none;align=left;verticalAlign=top;spacingLeft=4;spacingRight=4;overflow=hidden;rotatable=0;points=[[0,0.5],[1,0.5]];portConstraint=eastwest;" value="-userId: String" vertex="1">
          <mxGeometry height="26" width="170" y="78" as="geometry" />
        </mxCell>
        <mxCell id="Fojc3sf0UnC8aBTB66mW-75" parent="Fojc3sf0UnC8aBTB66mW-71" style="text;strokeColor=none;fillColor=none;align=left;verticalAlign=top;spacingLeft=4;spacingRight=4;overflow=hidden;rotatable=0;points=[[0,0.5],[1,0.5]];portConstraint=eastwest;" value="-watchedSeconds: Number" vertex="1">
          <mxGeometry height="26" width="170" y="104" as="geometry" />
        </mxCell>
        <mxCell id="Fojc3sf0UnC8aBTB66mW-76" parent="Fojc3sf0UnC8aBTB66mW-71" style="text;strokeColor=none;fillColor=none;align=left;verticalAlign=top;spacingLeft=4;spacingRight=4;overflow=hidden;rotatable=0;points=[[0,0.5],[1,0.5]];portConstraint=eastwest;" value="-qualityUsed: String" vertex="1">
          <mxGeometry height="26" width="170" y="130" as="geometry" />
        </mxCell>
        <mxCell id="Fojc3sf0UnC8aBTB66mW-77" parent="Fojc3sf0UnC8aBTB66mW-71" style="text;strokeColor=none;fillColor=none;align=left;verticalAlign=top;spacingLeft=4;spacingRight=4;overflow=hidden;rotatable=0;points=[[0,0.5],[1,0.5]];portConstraint=eastwest;" value="-status: String" vertex="1">
          <mxGeometry height="26" width="170" y="156" as="geometry" />
        </mxCell>
        <mxCell id="Fojc3sf0UnC8aBTB66mW-78" parent="Fojc3sf0UnC8aBTB66mW-71" style="text;strokeColor=none;fillColor=none;align=left;verticalAlign=top;spacingLeft=4;spacingRight=4;overflow=hidden;rotatable=0;points=[[0,0.5],[1,0.5]];portConstraint=eastwest;" value="-startedAt: String" vertex="1">
          <mxGeometry height="26" width="170" y="182" as="geometry" />
        </mxCell>
        <mxCell id="Fojc3sf0UnC8aBTB66mW-79" parent="Fojc3sf0UnC8aBTB66mW-71" style="text;strokeColor=none;fillColor=none;align=left;verticalAlign=top;spacingLeft=4;spacingRight=4;overflow=hidden;rotatable=0;points=[[0,0.5],[1,0.5]];portConstraint=eastwest;" value="-endedAt: String" vertex="1">
          <mxGeometry height="26" width="170" y="208" as="geometry" />
        </mxCell>
        <mxCell id="Fojc3sf0UnC8aBTB66mW-80" parent="1" style="swimlane;fontStyle=1;childLayout=stackLayout;horizontal=1;startSize=26;horizontalStack=0;resizeParent=1;resizeParentMax=0;resizeLast=0;collapsible=1;marginBottom=0;" value="VideoAsset" vertex="1">
-           <mxGeometry height="182" width="170" x="15" y="990" as="geometry" />
+           <mxGeometry height="182" width="170" x="15" y="974" as="geometry" />
        </mxCell>
        <mxCell id="Fojc3sf0UnC8aBTB66mW-81" parent="Fojc3sf0UnC8aBTB66mW-80" style="text;strokeColor=none;fillColor=none;align=left;verticalAlign=top;spacingLeft=4;spacingRight=4;overflow=hidden;rotatable=0;points=[[0,0.5],[1,0.5]];portConstraint=eastwest;" value="-videoAssetId: String" vertex="1">
          <mxGeometry height="26" width="170" y="26" as="geometry" />
        </mxCell>
        <mxCell id="Fojc3sf0UnC8aBTB66mW-82" parent="Fojc3sf0UnC8aBTB66mW-80" style="text;strokeColor=none;fillColor=none;align=left;verticalAlign=top;spacingLeft=4;spacingRight=4;overflow=hidden;rotatable=0;points=[[0,0.5],[1,0.5]];portConstraint=eastwest;" value="-creatorId: String" vertex="1">
          <mxGeometry height="26" width="170" y="52" as="geometry" />
        </mxCell>
        <mxCell id="Fojc3sf0UnC8aBTB66mW-83" parent="Fojc3sf0UnC8aBTB66mW-80" style="text;strokeColor=none;fillColor=none;align=left;verticalAlign=top;spacingLeft=4;spacingRight=4;overflow=hidden;rotatable=0;points=[[0,0.5],[1,0.5]];portConstraint=eastwest;" value="-durationSeconds: Number" vertex="1">
          <mxGeometry height="26" width="170" y="78" as="geometry" />
        </mxCell>
        <mxCell id="Fojc3sf0UnC8aBTB66mW-84" parent="Fojc3sf0UnC8aBTB66mW-80" style="text;strokeColor=none;fillColor=none;align=left;verticalAlign=top;spacingLeft=4;spacingRight=4;overflow=hidden;rotatable=0;points=[[0,0.5],[1,0.5]];portConstraint=eastwest;" value="-processingStatus: String" vertex="1">
          <mxGeometry height="26" width="170" y="104" as="geometry" />
        </mxCell>
        <mxCell id="Fojc3sf0UnC8aBTB66mW-85" parent="Fojc3sf0UnC8aBTB66mW-80" style="text;strokeColor=none;fillColor=none;align=left;verticalAlign=top;spacingLeft=4;spacingRight=4;overflow=hidden;rotatable=0;points=[[0,0.5],[1,0.5]];portConstraint=eastwest;" value="-availableQualities: String[]" vertex="1">
          <mxGeometry height="26" width="170" y="130" as="geometry" />
        </mxCell>
        <mxCell id="Fojc3sf0UnC8aBTB66mW-86" parent="Fojc3sf0UnC8aBTB66mW-80" style="text;strokeColor=none;fillColor=none;align=left;verticalAlign=top;spacingLeft=4;spacingRight=4;overflow=hidden;rotatable=0;points=[[0,0.5],[1,0.5]];portConstraint=eastwest;" value="-createdAt: String" vertex="1">
          <mxGeometry height="26" width="170" y="156" as="geometry" />
        </mxCell>
        <mxCell id="Fojc3sf0UnC8aBTB66mW-87" parent="1" style="swimlane;fontStyle=1;childLayout=stackLayout;horizontal=1;startSize=26;horizontalStack=0;resizeParent=1;resizeParentMax=0;resizeLast=0;collapsible=1;marginBottom=0;" value="StreamVariant" vertex="1">
          <mxGeometry height="130" width="160" x="1030" y="462" as="geometry" />
        </mxCell>
        <mxCell id="Fojc3sf0UnC8aBTB66mW-88" parent="Fojc3sf0UnC8aBTB66mW-87" style="text;strokeColor=none;fillColor=none;align=left;verticalAlign=top;spacingLeft=4;spacingRight=4;overflow=hidden;rotatable=0;points=[[0,0.5],[1,0.5]];portConstraint=eastwest;" value="-quality: String" vertex="1">
          <mxGeometry height="26" width="160" y="26" as="geometry" />
        </mxCell>
        <mxCell id="Fojc3sf0UnC8aBTB66mW-89" parent="Fojc3sf0UnC8aBTB66mW-87" style="text;strokeColor=none;fillColor=none;align=left;verticalAlign=top;spacingLeft=4;spacingRight=4;overflow=hidden;rotatable=0;points=[[0,0.5],[1,0.5]];portConstraint=eastwest;" value="-url: String" vertex="1">
          <mxGeometry height="26" width="160" y="52" as="geometry" />
        </mxCell>
        <mxCell id="Fojc3sf0UnC8aBTB66mW-90" parent="Fojc3sf0UnC8aBTB66mW-87" style="text;strokeColor=none;fillColor=none;align=left;verticalAlign=top;spacingLeft=4;spacingRight=4;overflow=hidden;rotatable=0;points=[[0,0.5],[1,0.5]];portConstraint=eastwest;" value="-protocol: String" vertex="1">
          <mxGeometry height="26" width="160" y="78" as="geometry" />
        </mxCell>
        <mxCell id="Fojc3sf0UnC8aBTB66mW-91" parent="Fojc3sf0UnC8aBTB66mW-87" style="text;strokeColor=none;fillColor=none;align=left;verticalAlign=top;spacingLeft=4;spacingRight=4;overflow=hidden;rotatable=0;points=[[0,0.5],[1,0.5]];portConstraint=eastwest;" value="-bitrate: Integer" vertex="1">
          <mxGeometry height="26" width="160" y="104" as="geometry" />
        </mxCell>
        <mxCell id="Fojc3sf0UnC8aBTB66mW-92" parent="1" style="swimlane;fontStyle=1;childLayout=stackLayout;horizontal=1;startSize=26;horizontalStack=0;resizeParent=1;resizeParentMax=0;resizeLast=0;collapsible=1;marginBottom=0;" value="UserReaction" vertex="1">
          <mxGeometry height="130" width="160" x="-330" y="790" as="geometry" />
        </mxCell>
        <mxCell id="Fojc3sf0UnC8aBTB66mW-93" parent="Fojc3sf0UnC8aBTB66mW-92" style="text;strokeColor=none;fillColor=none;align=left;verticalAlign=top;spacingLeft=4;spacingRight=4;overflow=hidden;rotatable=0;points=[[0,0.5],[1,0.5]];portConstraint=eastwest;" value="-userId: String" vertex="1">
          <mxGeometry height="26" width="160" y="26" as="geometry" />
        </mxCell>
        <mxCell id="Fojc3sf0UnC8aBTB66mW-94" parent="Fojc3sf0UnC8aBTB66mW-92" style="text;strokeColor=none;fillColor=none;align=left;verticalAlign=top;spacingLeft=4;spacingRight=4;overflow=hidden;rotatable=0;points=[[0,0.5],[1,0.5]];portConstraint=eastwest;" value="-catalogItemId: String" vertex="1">
          <mxGeometry height="26" width="160" y="52" as="geometry" />
        </mxCell>
        <mxCell id="Fojc3sf0UnC8aBTB66mW-95" parent="Fojc3sf0UnC8aBTB66mW-92" style="text;strokeColor=none;fillColor=none;align=left;verticalAlign=top;spacingLeft=4;spacingRight=4;overflow=hidden;rotatable=0;points=[[0,0.5],[1,0.5]];portConstraint=eastwest;" value="-reactionType: String" vertex="1">
          <mxGeometry height="26" width="160" y="78" as="geometry" />
        </mxCell>
        <mxCell id="Fojc3sf0UnC8aBTB66mW-96" parent="Fojc3sf0UnC8aBTB66mW-92" style="text;strokeColor=none;fillColor=none;align=left;verticalAlign=top;spacingLeft=4;spacingRight=4;overflow=hidden;rotatable=0;points=[[0,0.5],[1,0.5]];portConstraint=eastwest;" value="-reactedAt: String" vertex="1">
          <mxGeometry height="26" width="160" y="104" as="geometry" />
        </mxCell>
-         <mxCell id="Fojc3sf0UnC8aBTB66mW-154" edge="1" parent="1" source="Fojc3sf0UnC8aBTB66mW-97" style="edgeStyle=orthogonalEdgeStyle;rounded=0;orthogonalLoop=1;jettySize=auto;html=1;entryX=0;entryY=0.5;entryDx=0;entryDy=0;" target="Fojc3sf0UnC8aBTB66mW-28">
+         <mxCell id="Fojc3sf0UnC8aBTB66mW-154" edge="1" parent="1" source="Fojc3sf0UnC8aBTB66mW-97" style="edgeStyle=orthogonalEdgeStyle;rounded=0;orthogonalLoop=1;jettySize=auto;html=1;entryX=0;entryY=0.5;entryDx=0;entryDy=0;endArrow=none;endFill=0;startArrow=diamondThin;startFill=0;startSize=15;" target="Fojc3sf0UnC8aBTB66mW-93">
          <mxGeometry relative="1" as="geometry" />
        </mxCell>
        <mxCell id="Fojc3sf0UnC8aBTB66mW-97" parent="1" style="swimlane;fontStyle=1;childLayout=stackLayout;horizontal=1;startSize=26;horizontalStack=0;resizeParent=1;resizeParentMax=0;resizeLast=0;collapsible=1;marginBottom=0;" value="ReactionTotals" vertex="1">
          <mxGeometry height="104" width="160" x="-580" y="848" as="geometry" />
        </mxCell>
        <mxCell id="Fojc3sf0UnC8aBTB66mW-98" parent="Fojc3sf0UnC8aBTB66mW-97" style="text;strokeColor=none;fillColor=none;align=left;verticalAlign=top;spacingLeft=4;spacingRight=4;overflow=hidden;rotatable=0;points=[[0,0.5],[1,0.5]];portConstraint=eastwest;" value="-catalogItemId: String" vertex="1">
          <mxGeometry height="26" width="160" y="26" as="geometry" />
        </mxCell>
        <mxCell id="Fojc3sf0UnC8aBTB66mW-99" parent="Fojc3sf0UnC8aBTB66mW-97" style="text;strokeColor=none;fillColor=none;align=left;verticalAlign=top;spacingLeft=4;spacingRight=4;overflow=hidden;rotatable=0;points=[[0,0.5],[1,0.5]];portConstraint=eastwest;" value="-likes: Integer" vertex="1">
          <mxGeometry height="26" width="160" y="52" as="geometry" />
        </mxCell>
        <mxCell id="Fojc3sf0UnC8aBTB66mW-100" parent="Fojc3sf0UnC8aBTB66mW-97" style="text;strokeColor=none;fillColor=none;align=left;verticalAlign=top;spacingLeft=4;spacingRight=4;overflow=hidden;rotatable=0;points=[[0,0.5],[1,0.5]];portConstraint=eastwest;" value="-dislikes: Integer" vertex="1">
          <mxGeometry height="26" width="160" y="78" as="geometry" />
        </mxCell>
        <mxCell id="Fojc3sf0UnC8aBTB66mW-101" parent="1" style="swimlane;fontStyle=1;childLayout=stackLayout;horizontal=1;startSize=26;horizontalStack=0;resizeParent=1;resizeParentMax=0;resizeLast=0;collapsible=1;marginBottom=0;" value="Subscription" vertex="1">
-           <mxGeometry height="104" width="160" x="570" y="790" as="geometry" />
+           <mxGeometry height="104" width="160" x="560" y="770" as="geometry" />
        </mxCell>
        <mxCell id="Fojc3sf0UnC8aBTB66mW-102" parent="Fojc3sf0UnC8aBTB66mW-101" style="text;strokeColor=none;fillColor=none;align=left;verticalAlign=top;spacingLeft=4;spacingRight=4;overflow=hidden;rotatable=0;points=[[0,0.5],[1,0.5]];portConstraint=eastwest;" value="-userId: String" vertex="1">
          <mxGeometry height="26" width="160" y="26" as="geometry" />
        </mxCell>
        <mxCell id="Fojc3sf0UnC8aBTB66mW-103" parent="Fojc3sf0UnC8aBTB66mW-101" style="text;strokeColor=none;fillColor=none;align=left;verticalAlign=top;spacingLeft=4;spacingRight=4;overflow=hidden;rotatable=0;points=[[0,0.5],[1,0.5]];portConstraint=eastwest;" value="-channelId: String" vertex="1">
          <mxGeometry height="26" width="160" y="52" as="geometry" />
        </mxCell>
        <mxCell id="Fojc3sf0UnC8aBTB66mW-104" parent="Fojc3sf0UnC8aBTB66mW-101" style="text;strokeColor=none;fillColor=none;align=left;verticalAlign=top;spacingLeft=4;spacingRight=4;overflow=hidden;rotatable=0;points=[[0,0.5],[1,0.5]];portConstraint=eastwest;" value="-subscribedAt: String" vertex="1">
          <mxGeometry height="26" width="160" y="78" as="geometry" />
        </mxCell>
        <mxCell id="Fojc3sf0UnC8aBTB66mW-105" parent="1" style="swimlane;fontStyle=1;childLayout=stackLayout;horizontal=1;startSize=26;horizontalStack=0;resizeParent=1;resizeParentMax=0;resizeLast=0;collapsible=1;marginBottom=0;" value="WatchHistoryEntry" vertex="1">
-           <mxGeometry height="104" width="170" x="-400" y="1090" as="geometry" />
+           <mxGeometry height="104" width="170" x="570" y="1160" as="geometry" />
        </mxCell>
        <mxCell id="Fojc3sf0UnC8aBTB66mW-106" parent="Fojc3sf0UnC8aBTB66mW-105" style="text;strokeColor=none;fillColor=none;align=left;verticalAlign=top;spacingLeft=4;spacingRight=4;overflow=hidden;rotatable=0;points=[[0,0.5],[1,0.5]];portConstraint=eastwest;" value="-catalogItemId: String" vertex="1">
          <mxGeometry height="26" width="170" y="26" as="geometry" />
        </mxCell>
        <mxCell id="Fojc3sf0UnC8aBTB66mW-107" parent="Fojc3sf0UnC8aBTB66mW-105" style="text;strokeColor=none;fillColor=none;align=left;verticalAlign=top;spacingLeft=4;spacingRight=4;overflow=hidden;rotatable=0;points=[[0,0.5],[1,0.5]];portConstraint=eastwest;" value="-watchedAt: String" vertex="1">
          <mxGeometry height="26" width="170" y="52" as="geometry" />
        </mxCell>
        <mxCell id="Fojc3sf0UnC8aBTB66mW-108" parent="Fojc3sf0UnC8aBTB66mW-105" style="text;strokeColor=none;fillColor=none;align=left;verticalAlign=top;spacingLeft=4;spacingRight=4;overflow=hidden;rotatable=0;points=[[0,0.5],[1,0.5]];portConstraint=eastwest;" value="-watchedSeconds: Number" vertex="1">
          <mxGeometry height="26" width="170" y="78" as="geometry" />
        </mxCell>
        <mxCell id="Fojc3sf0UnC8aBTB66mW-109" parent="1" style="swimlane;fontStyle=1;childLayout=stackLayout;horizontal=1;startSize=26;horizontalStack=0;resizeParent=1;resizeParentMax=0;resizeLast=0;collapsible=1;marginBottom=0;" value="RevenueEvent" vertex="1">
          <mxGeometry height="260" width="170" x="-350" y="190" as="geometry" />
        </mxCell>
        <mxCell id="Fojc3sf0UnC8aBTB66mW-110" parent="Fojc3sf0UnC8aBTB66mW-109" style="text;strokeColor=none;fillColor=none;align=left;verticalAlign=top;spacingLeft=4;spacingRight=4;overflow=hidden;rotatable=0;points=[[0,0.5],[1,0.5]];portConstraint=eastwest;" value="-revenueEventId: String" vertex="1">
          <mxGeometry height="26" width="170" y="26" as="geometry" />
        </mxCell>
        <mxCell id="Fojc3sf0UnC8aBTB66mW-111" parent="Fojc3sf0UnC8aBTB66mW-109" style="text;strokeColor=none;fillColor=none;align=left;verticalAlign=top;spacingLeft=4;spacingRight=4;overflow=hidden;rotatable=0;points=[[0,0.5],[1,0.5]];portConstraint=eastwest;" value="-channelId: String" vertex="1">
          <mxGeometry height="26" width="170" y="52" as="geometry" />
        </mxCell>
        <mxCell id="Fojc3sf0UnC8aBTB66mW-112" parent="Fojc3sf0UnC8aBTB66mW-109" style="text;strokeColor=none;fillColor=none;align=left;verticalAlign=top;spacingLeft=4;spacingRight=4;overflow=hidden;rotatable=0;points=[[0,0.5],[1,0.5]];portConstraint=eastwest;" value="-catalogItemId: String" vertex="1">
          <mxGeometry height="26" width="170" y="78" as="geometry" />
        </mxCell>
        <mxCell id="Fojc3sf0UnC8aBTB66mW-113" parent="Fojc3sf0UnC8aBTB66mW-109" style="text;strokeColor=none;fillColor=none;align=left;verticalAlign=top;spacingLeft=4;spacingRight=4;overflow=hidden;rotatable=0;points=[[0,0.5],[1,0.5]];portConstraint=eastwest;" value="-source: String" vertex="1">
          <mxGeometry height="26" width="170" y="104" as="geometry" />
        </mxCell>
        <mxCell id="Fojc3sf0UnC8aBTB66mW-114" parent="Fojc3sf0UnC8aBTB66mW-109" style="text;strokeColor=none;fillColor=none;align=left;verticalAlign=top;spacingLeft=4;spacingRight=4;overflow=hidden;rotatable=0;points=[[0,0.5],[1,0.5]];portConstraint=eastwest;" value="-grossAmountCents: Integer" vertex="1">
          <mxGeometry height="26" width="170" y="130" as="geometry" />
        </mxCell>
        <mxCell id="Fojc3sf0UnC8aBTB66mW-115" parent="Fojc3sf0UnC8aBTB66mW-109" style="text;strokeColor=none;fillColor=none;align=left;verticalAlign=top;spacingLeft=4;spacingRight=4;overflow=hidden;rotatable=0;points=[[0,0.5],[1,0.5]];portConstraint=eastwest;" value="-netAmountCents: Integer" vertex="1">
          <mxGeometry height="26" width="170" y="156" as="geometry" />
        </mxCell>
        <mxCell id="Fojc3sf0UnC8aBTB66mW-116" parent="Fojc3sf0UnC8aBTB66mW-109" style="text;strokeColor=none;fillColor=none;align=left;verticalAlign=top;spacingLeft=4;spacingRight=4;overflow=hidden;rotatable=0;points=[[0,0.5],[1,0.5]];portConstraint=eastwest;" value="-currency: String" vertex="1">
          <mxGeometry height="26" width="170" y="182" as="geometry" />
        </mxCell>
        <mxCell id="Fojc3sf0UnC8aBTB66mW-117" parent="Fojc3sf0UnC8aBTB66mW-109" style="text;strokeColor=none;fillColor=none;align=left;verticalAlign=top;spacingLeft=4;spacingRight=4;overflow=hidden;rotatable=0;points=[[0,0.5],[1,0.5]];portConstraint=eastwest;" value="-status: String" vertex="1">
          <mxGeometry height="26" width="170" y="208" as="geometry" />
        </mxCell>
        <mxCell id="Fojc3sf0UnC8aBTB66mW-118" parent="Fojc3sf0UnC8aBTB66mW-109" style="text;strokeColor=none;fillColor=none;align=left;verticalAlign=top;spacingLeft=4;spacingRight=4;overflow=hidden;rotatable=0;points=[[0,0.5],[1,0.5]];portConstraint=eastwest;" value="-occurredAt: String" vertex="1">
          <mxGeometry height="26" width="170" y="234" as="geometry" />
        </mxCell>
        <mxCell id="Fojc3sf0UnC8aBTB66mW-119" parent="1" style="swimlane;fontStyle=1;childLayout=stackLayout;horizontal=1;startSize=26;horizontalStack=0;resizeParent=1;resizeParentMax=0;resizeLast=0;collapsible=1;marginBottom=0;" value="MonetizationAccount" vertex="1">
          <mxGeometry height="130" width="190" x="-679" y="262" as="geometry" />
        </mxCell>
        <mxCell id="Fojc3sf0UnC8aBTB66mW-120" parent="Fojc3sf0UnC8aBTB66mW-119" style="text;strokeColor=none;fillColor=none;align=left;verticalAlign=top;spacingLeft=4;spacingRight=4;overflow=hidden;rotatable=0;points=[[0,0.5],[1,0.5]];portConstraint=eastwest;" value="-channelId: String" vertex="1">
          <mxGeometry height="26" width="190" y="26" as="geometry" />
        </mxCell>
        <mxCell id="Fojc3sf0UnC8aBTB66mW-121" parent="Fojc3sf0UnC8aBTB66mW-119" style="text;strokeColor=none;fillColor=none;align=left;verticalAlign=top;spacingLeft=4;spacingRight=4;overflow=hidden;rotatable=0;points=[[0,0.5],[1,0.5]];portConstraint=eastwest;" value="-eligibilityStatus: String" vertex="1">
          <mxGeometry height="26" width="190" y="52" as="geometry" />
        </mxCell>
        <mxCell id="Fojc3sf0UnC8aBTB66mW-122" parent="Fojc3sf0UnC8aBTB66mW-119" style="text;strokeColor=none;fillColor=none;align=left;verticalAlign=top;spacingLeft=4;spacingRight=4;overflow=hidden;rotatable=0;points=[[0,0.5],[1,0.5]];portConstraint=eastwest;" value="-monetizationEnabled: Boolean" vertex="1">
          <mxGeometry height="26" width="190" y="78" as="geometry" />
        </mxCell>
        <mxCell id="Fojc3sf0UnC8aBTB66mW-123" parent="Fojc3sf0UnC8aBTB66mW-119" style="text;strokeColor=none;fillColor=none;align=left;verticalAlign=top;spacingLeft=4;spacingRight=4;overflow=hidden;rotatable=0;points=[[0,0.5],[1,0.5]];portConstraint=eastwest;" value="-createdAt: String" vertex="1">
          <mxGeometry height="26" width="190" y="104" as="geometry" />
        </mxCell>
        <mxCell id="Fojc3sf0UnC8aBTB66mW-124" parent="1" style="swimlane;fontStyle=1;childLayout=stackLayout;horizontal=1;startSize=26;horizontalStack=0;resizeParent=1;resizeParentMax=0;resizeLast=0;collapsible=1;marginBottom=0;" value="Payout" vertex="1">
          <mxGeometry height="182" width="160" x="-920" y="210" as="geometry" />
        </mxCell>
        <mxCell id="Fojc3sf0UnC8aBTB66mW-125" parent="Fojc3sf0UnC8aBTB66mW-124" style="text;strokeColor=none;fillColor=none;align=left;verticalAlign=top;spacingLeft=4;spacingRight=4;overflow=hidden;rotatable=0;points=[[0,0.5],[1,0.5]];portConstraint=eastwest;" value="-payoutId: String" vertex="1">
          <mxGeometry height="26" width="160" y="26" as="geometry" />
        </mxCell>
        <mxCell id="Fojc3sf0UnC8aBTB66mW-126" parent="Fojc3sf0UnC8aBTB66mW-124" style="text;strokeColor=none;fillColor=none;align=left;verticalAlign=top;spacingLeft=4;spacingRight=4;overflow=hidden;rotatable=0;points=[[0,0.5],[1,0.5]];portConstraint=eastwest;" value="-channelId: String" vertex="1">
          <mxGeometry height="26" width="160" y="52" as="geometry" />
        </mxCell>
        <mxCell id="Fojc3sf0UnC8aBTB66mW-127" parent="Fojc3sf0UnC8aBTB66mW-124" style="text;strokeColor=none;fillColor=none;align=left;verticalAlign=top;spacingLeft=4;spacingRight=4;overflow=hidden;rotatable=0;points=[[0,0.5],[1,0.5]];portConstraint=eastwest;" value="-amountCents: Integer" vertex="1">
          <mxGeometry height="26" width="160" y="78" as="geometry" />
        </mxCell>
        <mxCell id="Fojc3sf0UnC8aBTB66mW-128" parent="Fojc3sf0UnC8aBTB66mW-124" style="text;strokeColor=none;fillColor=none;align=left;verticalAlign=top;spacingLeft=4;spacingRight=4;overflow=hidden;rotatable=0;points=[[0,0.5],[1,0.5]];portConstraint=eastwest;" value="-currency: String" vertex="1">
          <mxGeometry height="26" width="160" y="104" as="geometry" />
        </mxCell>
        <mxCell id="Fojc3sf0UnC8aBTB66mW-129" parent="Fojc3sf0UnC8aBTB66mW-124" style="text;strokeColor=none;fillColor=none;align=left;verticalAlign=top;spacingLeft=4;spacingRight=4;overflow=hidden;rotatable=0;points=[[0,0.5],[1,0.5]];portConstraint=eastwest;" value="-status: String" vertex="1">
          <mxGeometry height="26" width="160" y="130" as="geometry" />
        </mxCell>
        <mxCell id="Fojc3sf0UnC8aBTB66mW-130" parent="Fojc3sf0UnC8aBTB66mW-124" style="text;strokeColor=none;fillColor=none;align=left;verticalAlign=top;spacingLeft=4;spacingRight=4;overflow=hidden;rotatable=0;points=[[0,0.5],[1,0.5]];portConstraint=eastwest;" value="-requestedAt: String" vertex="1">
          <mxGeometry height="26" width="160" y="156" as="geometry" />
        </mxCell>
-         <mxCell id="Fojc3sf0UnC8aBTB66mW-139" edge="1" parent="1" source="Fojc3sf0UnC8aBTB66mW-24" style="edgeStyle=orthogonalEdgeStyle;rounded=0;orthogonalLoop=1;jettySize=auto;html=1;entryX=0;entryY=0.5;entryDx=0;entryDy=0;endArrow=none;endFill=0;" target="Fojc3sf0UnC8aBTB66mW-32">
-           <mxGeometry relative="1" as="geometry" />
-         </mxCell>
-         <mxCell id="Fojc3sf0UnC8aBTB66mW-141" edge="1" parent="1" source="Fojc3sf0UnC8aBTB66mW-26" style="edgeStyle=orthogonalEdgeStyle;rounded=0;orthogonalLoop=1;jettySize=auto;html=1;entryX=0;entryY=0.5;entryDx=0;entryDy=0;" target="Fojc3sf0UnC8aBTB66mW-42">
+         <mxCell id="Fojc3sf0UnC8aBTB66mW-139" edge="1" parent="1" source="Fojc3sf0UnC8aBTB66mW-24" style="edgeStyle=orthogonalEdgeStyle;rounded=0;orthogonalLoop=1;jettySize=auto;html=1;entryX=0;entryY=0.5;entryDx=0;entryDy=0;endArrow=diamondThin;endFill=0;endSize=15;" target="Fojc3sf0UnC8aBTB66mW-32">
+           <mxGeometry relative="1" as="geometry" />
+         </mxCell>
+         <mxCell id="Fojc3sf0UnC8aBTB66mW-141" edge="1" parent="1" source="Fojc3sf0UnC8aBTB66mW-26" style="edgeStyle=orthogonalEdgeStyle;rounded=0;orthogonalLoop=1;jettySize=auto;html=1;entryX=0;entryY=0.5;entryDx=0;entryDy=0;endArrow=none;endFill=0;startArrow=diamondThin;startFill=1;startSize=15;" target="Fojc3sf0UnC8aBTB66mW-42">
          <mxGeometry relative="1" as="geometry">
            <Array as="points">
              <mxPoint x="230" y="709" />
-               <mxPoint x="230" y="1091" />
+               <mxPoint x="230" y="1065" />
            </Array>
          </mxGeometry>
        </mxCell>
-         <mxCell id="Fojc3sf0UnC8aBTB66mW-143" edge="1" parent="1" source="Fojc3sf0UnC8aBTB66mW-53" style="edgeStyle=orthogonalEdgeStyle;rounded=0;orthogonalLoop=1;jettySize=auto;html=1;entryX=0;entryY=0.5;entryDx=0;entryDy=0;endArrow=none;endFill=0;" target="Fojc3sf0UnC8aBTB66mW-22">
-           <mxGeometry relative="1" as="geometry" />
-         </mxCell>
-         <mxCell id="Fojc3sf0UnC8aBTB66mW-148" edge="1" parent="1" source="Fojc3sf0UnC8aBTB66mW-74" style="edgeStyle=orthogonalEdgeStyle;rounded=0;orthogonalLoop=1;jettySize=auto;html=1;" target="Fojc3sf0UnC8aBTB66mW-90">
+         <mxCell id="Fojc3sf0UnC8aBTB66mW-143" edge="1" parent="1" source="Fojc3sf0UnC8aBTB66mW-53" style="edgeStyle=orthogonalEdgeStyle;rounded=0;orthogonalLoop=1;jettySize=auto;html=1;entryX=0;entryY=0.5;entryDx=0;entryDy=0;endArrow=none;endFill=0;startArrow=diamondThin;startFill=1;startSize=15;" target="Fojc3sf0UnC8aBTB66mW-22">
+           <mxGeometry relative="1" as="geometry" />
+         </mxCell>
+         <mxCell id="Fojc3sf0UnC8aBTB66mW-148" edge="1" parent="1" source="Fojc3sf0UnC8aBTB66mW-74" style="edgeStyle=orthogonalEdgeStyle;rounded=0;orthogonalLoop=1;jettySize=auto;html=1;endArrow=none;endFill=0;startArrow=diamondThin;startFill=0;startSize=15;" target="Fojc3sf0UnC8aBTB66mW-90">
          <mxGeometry relative="1" as="geometry" />
        </mxCell>
        <mxCell id="Fojc3sf0UnC8aBTB66mW-155" edge="1" parent="1" source="Fojc3sf0UnC8aBTB66mW-94" style="edgeStyle=orthogonalEdgeStyle;rounded=0;orthogonalLoop=1;jettySize=auto;html=1;entryX=0;entryY=0.5;entryDx=0;entryDy=0;endArrow=none;endFill=0;" target="Fojc3sf0UnC8aBTB66mW-29">
          <mxGeometry relative="1" as="geometry" />
        </mxCell>
-         <mxCell id="Fojc3sf0UnC8aBTB66mW-156" edge="1" parent="1" source="Fojc3sf0UnC8aBTB66mW-106" style="edgeStyle=orthogonalEdgeStyle;rounded=0;orthogonalLoop=1;jettySize=auto;html=1;entryX=0;entryY=0.5;entryDx=0;entryDy=0;endArrow=none;endFill=0;" target="Fojc3sf0UnC8aBTB66mW-31">
-           <mxGeometry relative="1" as="geometry">
-             <Array as="points">
-               <mxPoint x="-50" y="1129" />
-               <mxPoint x="-50" y="839" />
-             </Array>
-           </mxGeometry>
-         </mxCell>
-         <mxCell id="Fojc3sf0UnC8aBTB66mW-157" edge="1" parent="1" source="Fojc3sf0UnC8aBTB66mW-103" style="edgeStyle=orthogonalEdgeStyle;rounded=0;orthogonalLoop=1;jettySize=auto;html=1;entryX=1;entryY=0.5;entryDx=0;entryDy=0;" target="Fojc3sf0UnC8aBTB66mW-35">
+         <mxCell id="Fojc3sf0UnC8aBTB66mW-157" edge="1" parent="1" source="Fojc3sf0UnC8aBTB66mW-103" style="edgeStyle=orthogonalEdgeStyle;rounded=0;orthogonalLoop=1;jettySize=auto;html=1;entryX=1;entryY=0.5;entryDx=0;entryDy=0;endArrow=none;endFill=0;" target="Fojc3sf0UnC8aBTB66mW-35">
          <mxGeometry relative="1" as="geometry" />
        </mxCell>
        <mxCell id="Fojc3sf0UnC8aBTB66mW-158" edge="1" parent="1" source="Fojc3sf0UnC8aBTB66mW-109" style="edgeStyle=orthogonalEdgeStyle;rounded=0;orthogonalLoop=1;jettySize=auto;html=1;entryX=0.001;entryY=0.048;entryDx=0;entryDy=0;entryPerimeter=0;endArrow=none;endFill=0;" target="Fojc3sf0UnC8aBTB66mW-20">
          <mxGeometry relative="1" as="geometry" />
        </mxCell>
-         <mxCell id="Fojc3sf0UnC8aBTB66mW-159" edge="1" parent="1" source="Fojc3sf0UnC8aBTB66mW-114" style="edgeStyle=orthogonalEdgeStyle;rounded=0;orthogonalLoop=1;jettySize=auto;html=1;entryX=1;entryY=0.5;entryDx=0;entryDy=0;" target="Fojc3sf0UnC8aBTB66mW-119">
-           <mxGeometry relative="1" as="geometry" />
-         </mxCell>
-         <mxCell id="Fojc3sf0UnC8aBTB66mW-160" edge="1" parent="1" source="Fojc3sf0UnC8aBTB66mW-127" style="edgeStyle=orthogonalEdgeStyle;rounded=0;orthogonalLoop=1;jettySize=auto;html=1;" target="Fojc3sf0UnC8aBTB66mW-121">
-           <mxGeometry relative="1" as="geometry" />
-         </mxCell>
-         <mxCell id="Fojc3sf0UnC8aBTB66mW-161" edge="1" parent="1" source="Fojc3sf0UnC8aBTB66mW-46" style="edgeStyle=orthogonalEdgeStyle;rounded=0;orthogonalLoop=1;jettySize=auto;html=1;entryX=0;entryY=0.5;entryDx=0;entryDy=0;" target="Fojc3sf0UnC8aBTB66mW-117">
+         <mxCell id="Fojc3sf0UnC8aBTB66mW-159" edge="1" parent="1" source="Fojc3sf0UnC8aBTB66mW-114" style="edgeStyle=orthogonalEdgeStyle;rounded=0;orthogonalLoop=1;jettySize=auto;html=1;entryX=1;entryY=0.5;entryDx=0;entryDy=0;endArrow=none;endFill=0;" target="Fojc3sf0UnC8aBTB66mW-119">
+           <mxGeometry relative="1" as="geometry" />
+         </mxCell>
+         <mxCell id="Fojc3sf0UnC8aBTB66mW-160" edge="1" parent="1" source="Fojc3sf0UnC8aBTB66mW-127" style="edgeStyle=orthogonalEdgeStyle;rounded=0;orthogonalLoop=1;jettySize=auto;html=1;endArrow=diamondThin;endFill=0;endSize=15;" target="Fojc3sf0UnC8aBTB66mW-121">
+           <mxGeometry relative="1" as="geometry" />
+         </mxCell>
+         <mxCell id="Fojc3sf0UnC8aBTB66mW-161" edge="1" parent="1" source="Fojc3sf0UnC8aBTB66mW-46" style="edgeStyle=orthogonalEdgeStyle;rounded=0;orthogonalLoop=1;jettySize=auto;html=1;entryX=0;entryY=0.5;entryDx=0;entryDy=0;endArrow=none;endFill=0;" target="Fojc3sf0UnC8aBTB66mW-117">
          <mxGeometry relative="1" as="geometry">
            <Array as="points">
              <mxPoint x="-460" y="545" />
              <mxPoint x="-460" y="411" />
            </Array>
          </mxGeometry>
        </mxCell>
        <mxCell id="Fojc3sf0UnC8aBTB66mW-162" edge="1" parent="1" source="Fojc3sf0UnC8aBTB66mW-46" style="edgeStyle=orthogonalEdgeStyle;rounded=0;orthogonalLoop=1;jettySize=auto;html=1;entryX=1;entryY=0.5;entryDx=0;entryDy=0;" target="Fojc3sf0UnC8aBTB66mW-61">
          <mxGeometry relative="1" as="geometry" />
        </mxCell>
-         <mxCell id="Fojc3sf0UnC8aBTB66mW-163" edge="1" parent="1" source="Fojc3sf0UnC8aBTB66mW-49" style="edgeStyle=orthogonalEdgeStyle;rounded=0;orthogonalLoop=1;jettySize=auto;html=1;entryX=1;entryY=0.5;entryDx=0;entryDy=0;" target="Fojc3sf0UnC8aBTB66mW-68">
-           <mxGeometry relative="1" as="geometry" />
-         </mxCell>
-         <mxCell id="Fojc3sf0UnC8aBTB66mW-164" parent="1" style="text;html=1;whiteSpace=wrap;strokeColor=none;fillColor=none;align=center;verticalAlign=middle;rounded=0;" value="1" vertex="1">
-           <mxGeometry height="30" width="60" x="170" y="622" as="geometry" />
-         </mxCell>
-         <mxCell id="Fojc3sf0UnC8aBTB66mW-165" parent="1" style="text;html=1;whiteSpace=wrap;strokeColor=none;fillColor=none;align=center;verticalAlign=middle;rounded=0;" value="*" vertex="1">
-           <mxGeometry height="30" width="60" x="270" y="840" as="geometry" />
-         </mxCell>
-         <mxCell id="Fojc3sf0UnC8aBTB66mW-167" parent="1" style="text;html=1;whiteSpace=wrap;strokeColor=none;fillColor=none;align=center;verticalAlign=middle;rounded=0;" value="1" vertex="1">
-           <mxGeometry height="30" width="60" x="-30" y="760" as="geometry" />
-         </mxCell>
-         <mxCell id="Fojc3sf0UnC8aBTB66mW-168" parent="1" style="text;html=1;whiteSpace=wrap;strokeColor=none;fillColor=none;align=center;verticalAlign=middle;rounded=0;" value="*" vertex="1">
-           <mxGeometry height="30" width="60" x="-190" y="822" as="geometry" />
-         </mxCell>
-         <mxCell id="Fojc3sf0UnC8aBTB66mW-169" parent="1" style="text;html=1;whiteSpace=wrap;strokeColor=none;fillColor=none;align=center;verticalAlign=middle;rounded=0;" value="*" vertex="1">
-           <mxGeometry height="30" width="60" x="-250" y="1100" as="geometry" />
-         </mxCell>
-         <mxCell id="Fojc3sf0UnC8aBTB66mW-170" parent="1" style="text;html=1;whiteSpace=wrap;strokeColor=none;fillColor=none;align=center;verticalAlign=middle;rounded=0;" value="1" vertex="1">
-           <mxGeometry height="30" width="60" x="-30" y="810" as="geometry" />
-         </mxCell>
-         <mxCell id="Fojc3sf0UnC8aBTB66mW-171" parent="1" style="text;html=1;whiteSpace=wrap;strokeColor=none;fillColor=none;align=center;verticalAlign=middle;rounded=0;" value="1" vertex="1">
-           <mxGeometry height="30" width="60" x="-20" y="530" as="geometry" />
-         </mxCell>
-         <mxCell id="Fojc3sf0UnC8aBTB66mW-172" parent="1" style="text;html=1;whiteSpace=wrap;strokeColor=none;fillColor=none;align=center;verticalAlign=middle;rounded=0;" value="*" vertex="1">
-           <mxGeometry height="30" width="60" x="-200" y="290" as="geometry" />
-         </mxCell>
-         <mxCell id="Fojc3sf0UnC8aBTB66mW-173" parent="1" style="text;html=1;whiteSpace=wrap;strokeColor=none;fillColor=none;align=center;verticalAlign=middle;rounded=0;" value="1" vertex="1">
-           <mxGeometry height="30" width="60" x="80" y="510" as="geometry" />
-         </mxCell>
-         <mxCell id="Fojc3sf0UnC8aBTB66mW-174" parent="1" style="text;html=1;whiteSpace=wrap;strokeColor=none;fillColor=none;align=center;verticalAlign=middle;rounded=0;" value="*" vertex="1">
-           <mxGeometry height="30" width="60" x="80" y="422" as="geometry" />
-         </mxCell>
-         <mxCell id="Fojc3sf0UnC8aBTB66mW-175" parent="1" style="text;html=1;whiteSpace=wrap;strokeColor=none;fillColor=none;align=center;verticalAlign=middle;rounded=0;" value="1" vertex="1">
-           <mxGeometry height="30" width="60" x="-40" y="580" as="geometry" />
-         </mxCell>
-         <mxCell id="Fojc3sf0UnC8aBTB66mW-176" parent="1" style="text;html=1;whiteSpace=wrap;strokeColor=none;fillColor=none;align=center;verticalAlign=middle;rounded=0;" value="*" vertex="1">
-           <mxGeometry height="30" width="60" x="-200" y="580" as="geometry" />
+         <mxCell id="Fojc3sf0UnC8aBTB66mW-163" edge="1" parent="1" source="Fojc3sf0UnC8aBTB66mW-49" style="edgeStyle=orthogonalEdgeStyle;rounded=0;orthogonalLoop=1;jettySize=auto;html=1;entryX=1;entryY=0.5;entryDx=0;entryDy=0;endArrow=none;endFill=0;" target="Fojc3sf0UnC8aBTB66mW-68">
+           <mxGeometry relative="1" as="geometry" />
+         </mxCell>
+         <mxCell id="RFbNkT3QLfNTHVT-ZuM9-1" edge="1" parent="1" source="Fojc3sf0UnC8aBTB66mW-52" style="edgeStyle=orthogonalEdgeStyle;rounded=0;orthogonalLoop=1;jettySize=auto;html=1;exitX=1;exitY=0.5;exitDx=0;exitDy=0;entryX=0;entryY=0.5;entryDx=0;entryDy=0;endArrow=none;endFill=0;startArrow=none;startFill=0;" target="Fojc3sf0UnC8aBTB66mW-72">
+           <mxGeometry relative="1" as="geometry">
+             <Array as="points">
+               <mxPoint x="-120" y="579" />
+               <mxPoint x="-120" y="470" />
+               <mxPoint x="650" y="470" />
+               <mxPoint x="650" y="501" />
+             </Array>
+           </mxGeometry>
+         </mxCell>
+         <mxCell id="RFbNkT3QLfNTHVT-ZuM9-2" edge="1" parent="1" source="Fojc3sf0UnC8aBTB66mW-54" style="edgeStyle=orthogonalEdgeStyle;rounded=0;orthogonalLoop=1;jettySize=auto;html=1;exitX=0;exitY=0.5;exitDx=0;exitDy=0;entryX=1;entryY=0.5;entryDx=0;entryDy=0;endArrow=diamondThin;endFill=1;endSize=15;" target="Fojc3sf0UnC8aBTB66mW-49">
+           <mxGeometry relative="1" as="geometry" />
+         </mxCell>
+         <mxCell id="RFbNkT3QLfNTHVT-ZuM9-3" edge="1" parent="1" source="Fojc3sf0UnC8aBTB66mW-108" style="edgeStyle=orthogonalEdgeStyle;rounded=0;orthogonalLoop=1;jettySize=auto;html=1;exitX=1;exitY=0.5;exitDx=0;exitDy=0;entryX=0.803;entryY=1.022;entryDx=0;entryDy=0;entryPerimeter=0;endArrow=diamondThin;endFill=0;endSize=15;" target="Fojc3sf0UnC8aBTB66mW-79">
+           <mxGeometry relative="1" as="geometry" />
+         </mxCell>
+         <mxCell id="Ub9CFEt4TCBZXxs6553H-2" edge="1" parent="1" source="Fojc3sf0UnC8aBTB66mW-73" style="edgeStyle=orthogonalEdgeStyle;rounded=0;orthogonalLoop=1;jettySize=auto;html=1;exitX=0;exitY=0.5;exitDx=0;exitDy=0;entryX=0.75;entryY=0;entryDx=0;entryDy=0;endArrow=none;endFill=0;" target="Fojc3sf0UnC8aBTB66mW-20">
+           <mxGeometry relative="1" as="geometry" />
+         </mxCell>
+         <mxCell id="Ub9CFEt4TCBZXxs6553H-4" edge="1" parent="1" source="Fojc3sf0UnC8aBTB66mW-106" style="edgeStyle=orthogonalEdgeStyle;rounded=0;orthogonalLoop=1;jettySize=auto;html=1;exitX=1;exitY=0.5;exitDx=0;exitDy=0;endArrow=none;endFill=0;" target="Fojc3sf0UnC8aBTB66mW-19">
+           <mxGeometry relative="1" as="geometry" />
+         </mxCell>
+         <mxCell id="Ub9CFEt4TCBZXxs6553H-5" edge="1" parent="1" source="Fojc3sf0UnC8aBTB66mW-125" style="edgeStyle=orthogonalEdgeStyle;rounded=0;orthogonalLoop=1;jettySize=auto;html=1;exitX=1;exitY=0.5;exitDx=0;exitDy=0;entryX=0;entryY=0.5;entryDx=0;entryDy=0;endArrow=none;endFill=0;startArrow=diamondThin;startFill=0;startSize=15;" target="Fojc3sf0UnC8aBTB66mW-110">
+           <mxGeometry relative="1" as="geometry" />
        </mxCell>
      </root>
    </mxGraphModel>
  </diagram>
</mxfile>
